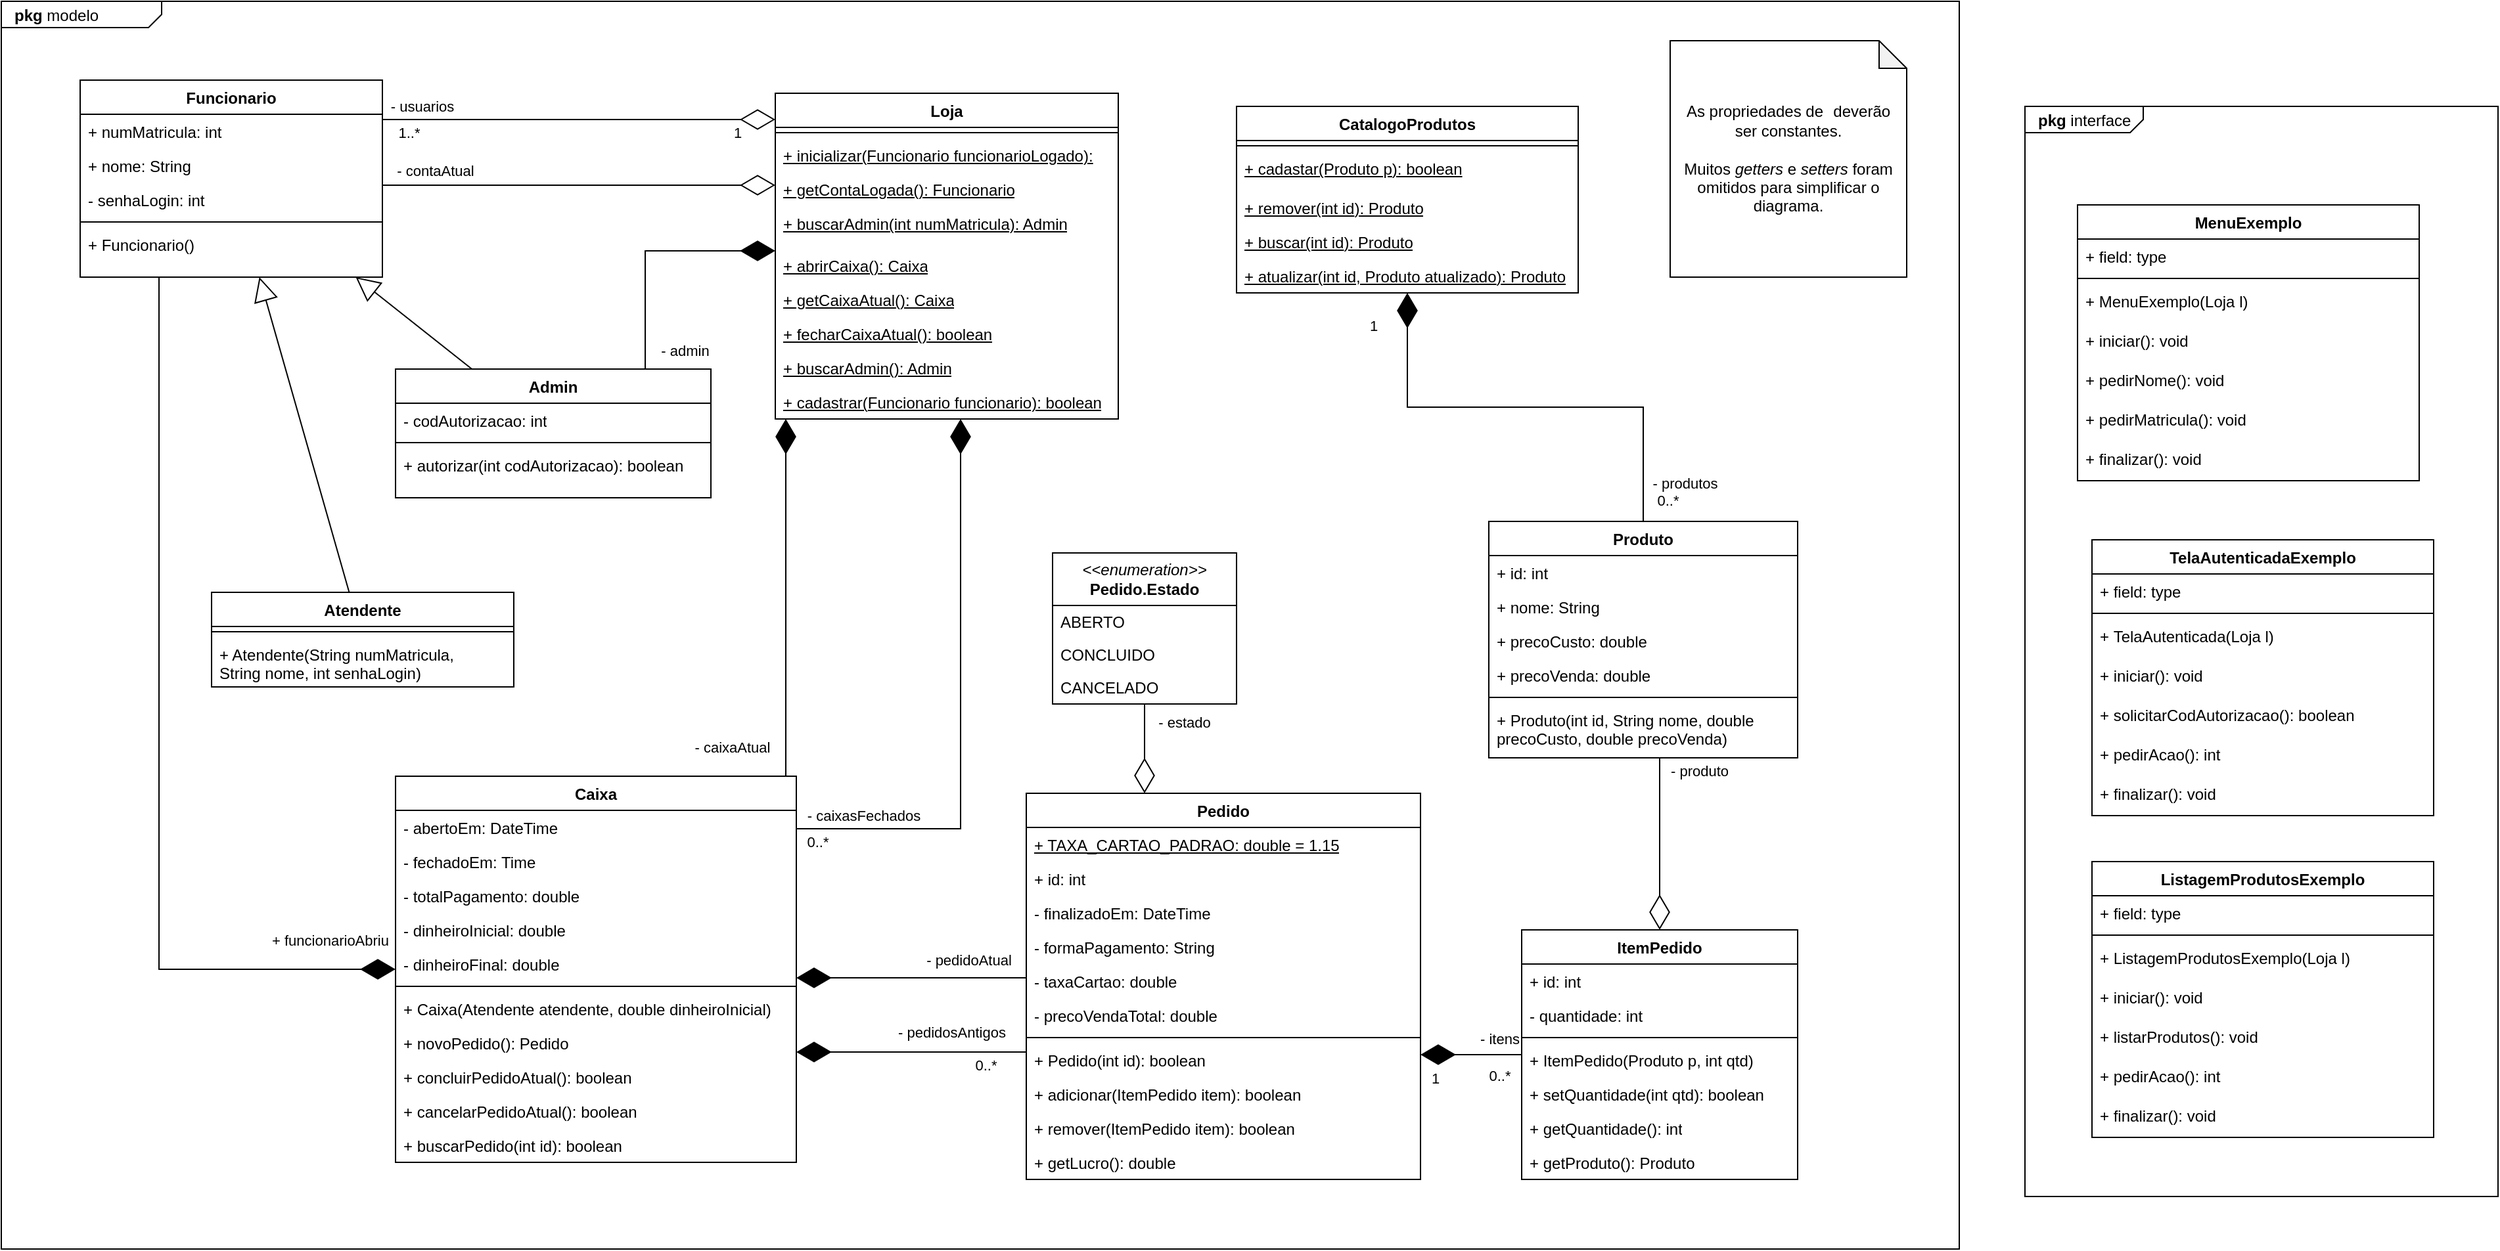
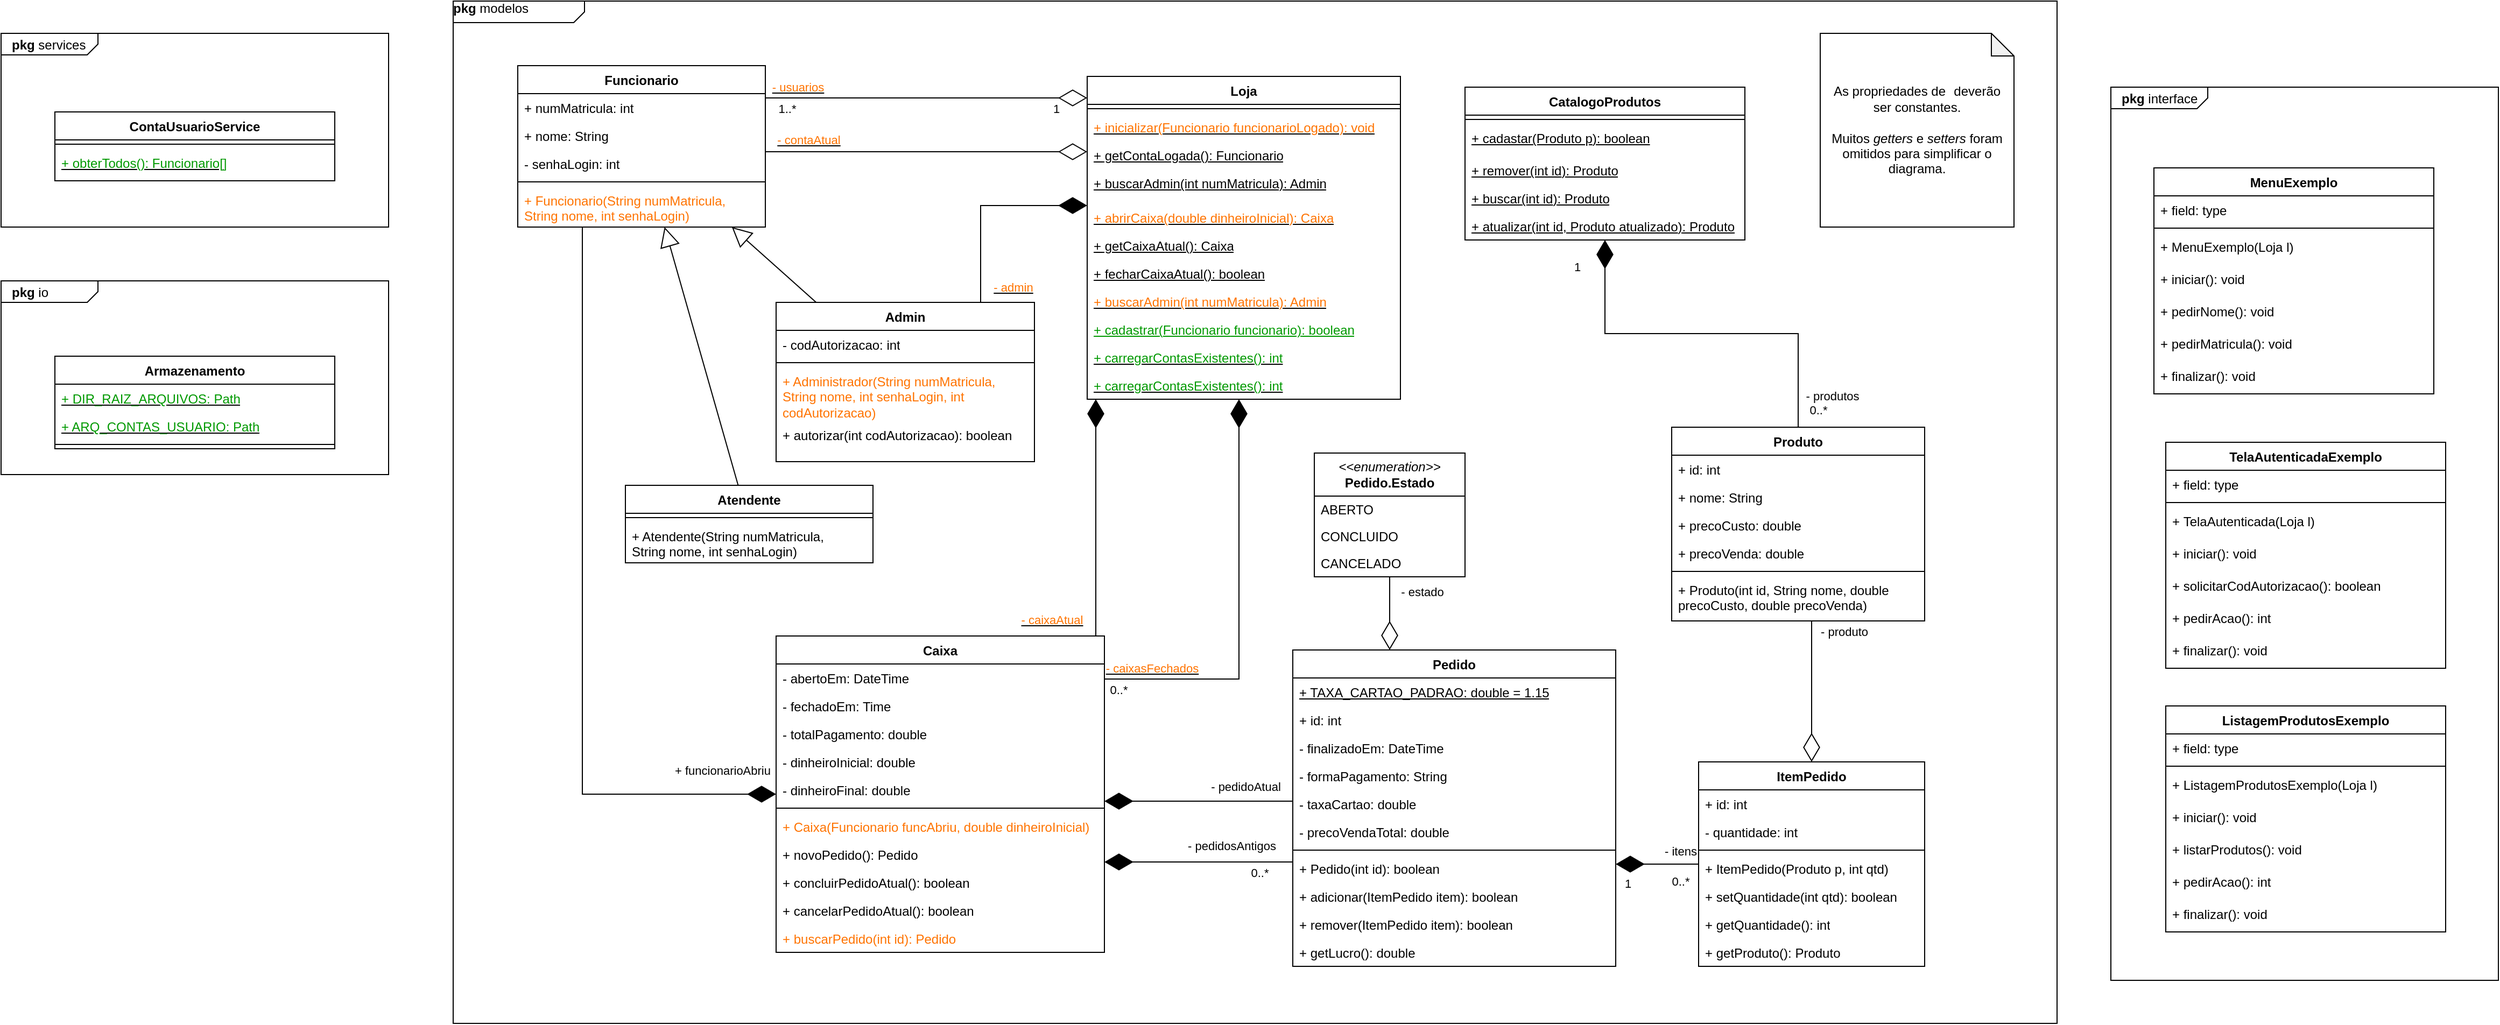
<mxfile host="Electron">
  <diagram name="Página-1" id="9ZmY0ZwC9zlJIqc9ISHl">
-     <mxGraphModel dx="2406" dy="1908" grid="1" gridSize="10" guides="1" tooltips="1" connect="1" arrows="1" fold="1" page="1" pageScale="1" pageWidth="827" pageHeight="1169" math="0" shadow="0">
+     <mxGraphModel dx="2495" dy="1637" grid="1" gridSize="10" guides="1" tooltips="1" connect="1" arrows="1" fold="1" page="1" pageScale="1" pageWidth="827" pageHeight="1169" math="0" shadow="0">
      <root>
        <mxCell id="0" />
        <mxCell id="1" parent="0" />
-         <mxCell id="gy4Eh5UNHML4C2wZnuB5-49" parent="1" style="html=1;shape=mxgraph.sysml.package;xSize=90;align=left;spacingLeft=10;overflow=fill;recursiveResize=0;container=1;collapsible=0;labelX=122.94;movable=1;resizable=1;rotatable=1;deletable=1;editable=1;locked=0;connectable=1;" value="&lt;p style=&quot;margin:0px;margin-top:4px;margin-left:10px;text-align:left;&quot;&gt;&lt;b&gt;pkg&lt;/b&gt;   modelo&lt;/p&gt;" vertex="1">
+         <mxCell id="gy4Eh5UNHML4C2wZnuB5-49" parent="1" style="html=1;shape=mxgraph.sysml.package;xSize=90;align=left;spacingLeft=10;overflow=fill;recursiveResize=0;container=1;collapsible=0;labelX=122.94;movable=1;resizable=1;rotatable=1;deletable=1;editable=1;locked=0;connectable=1;" value="&lt;b&gt;pkg&lt;/b&gt; modelos" vertex="1">
          <mxGeometry height="950" width="1490" x="-540" y="-290" as="geometry">
            <mxRectangle height="30" width="120" x="40" y="40" as="alternateBounds" />
          </mxGeometry>
        </mxCell>
        <mxCell id="gy4Eh5UNHML4C2wZnuB5-27" parent="gy4Eh5UNHML4C2wZnuB5-49" style="swimlane;fontStyle=1;align=center;verticalAlign=top;childLayout=stackLayout;horizontal=1;startSize=26;horizontalStack=0;resizeParent=1;resizeParentMax=0;resizeLast=0;collapsible=1;marginBottom=0;whiteSpace=wrap;html=1;resizeHeight=0;expand=0;resizeWidth=1;" value="Loja" vertex="1">
-           <mxGeometry height="248" width="261" x="589" y="70" as="geometry" />
+           <mxGeometry height="300" width="291" x="589" y="70" as="geometry" />
        </mxCell>
        <mxCell id="gy4Eh5UNHML4C2wZnuB5-29" parent="gy4Eh5UNHML4C2wZnuB5-27" style="line;strokeWidth=1;fillColor=none;align=left;verticalAlign=middle;spacingTop=-1;spacingLeft=3;spacingRight=3;rotatable=0;labelPosition=right;points=[];portConstraint=eastwest;strokeColor=inherit;" value="" vertex="1">
-           <mxGeometry height="8" width="261" y="26" as="geometry" />
-         </mxCell>
-         <mxCell id="EbaSRvtsIRmWHhfiMmkh-74" parent="gy4Eh5UNHML4C2wZnuB5-27" style="text;strokeColor=none;fillColor=none;align=left;verticalAlign=top;spacingLeft=4;spacingRight=4;overflow=hidden;rotatable=0;points=[[0,0.5],[1,0.5]];portConstraint=eastwest;whiteSpace=wrap;html=1;" value="&lt;u&gt;+ inicializar(Funcionario funcionarioLogado):&lt;/u&gt;" vertex="1">
-           <mxGeometry height="26" width="261" y="34" as="geometry" />
+           <mxGeometry height="8" width="291" y="26" as="geometry" />
+         </mxCell>
+         <mxCell id="EbaSRvtsIRmWHhfiMmkh-74" parent="gy4Eh5UNHML4C2wZnuB5-27" style="text;strokeColor=none;fillColor=none;align=left;verticalAlign=top;spacingLeft=4;spacingRight=4;overflow=hidden;rotatable=0;points=[[0,0.5],[1,0.5]];portConstraint=eastwest;whiteSpace=wrap;html=1;" value="&lt;u&gt;&lt;font style=&quot;color: rgb(255, 115, 0);&quot;&gt;+ inicializar(Funcionario funcionarioLogado): void&lt;/font&gt;&lt;/u&gt;" vertex="1">
+           <mxGeometry height="26" width="291" y="34" as="geometry" />
        </mxCell>
        <mxCell id="EbaSRvtsIRmWHhfiMmkh-78" parent="gy4Eh5UNHML4C2wZnuB5-27" style="text;strokeColor=none;fillColor=none;align=left;verticalAlign=top;spacingLeft=4;spacingRight=4;overflow=hidden;rotatable=0;points=[[0,0.5],[1,0.5]];portConstraint=eastwest;whiteSpace=wrap;html=1;" value="&lt;u&gt;+ getContaLogada(): Funcionario&lt;/u&gt;" vertex="1">
-           <mxGeometry height="26" width="261" y="60" as="geometry" />
+           <mxGeometry height="26" width="291" y="60" as="geometry" />
        </mxCell>
        <mxCell id="gy4Eh5UNHML4C2wZnuB5-30" parent="gy4Eh5UNHML4C2wZnuB5-27" style="text;strokeColor=none;fillColor=none;align=left;verticalAlign=top;spacingLeft=4;spacingRight=4;overflow=hidden;rotatable=0;points=[[0,0.5],[1,0.5]];portConstraint=eastwest;whiteSpace=wrap;html=1;" value="&lt;u&gt;+ buscarAdmin(int numMatricula): Admin&lt;/u&gt;" vertex="1">
-           <mxGeometry height="32" width="261" y="86" as="geometry" />
-         </mxCell>
-         <mxCell id="gy4Eh5UNHML4C2wZnuB5-137" parent="gy4Eh5UNHML4C2wZnuB5-27" style="text;strokeColor=none;fillColor=none;align=left;verticalAlign=top;spacingLeft=4;spacingRight=4;overflow=hidden;rotatable=0;points=[[0,0.5],[1,0.5]];portConstraint=eastwest;whiteSpace=wrap;html=1;" value="&lt;u&gt;+ abrirCaixa(): Caixa&lt;/u&gt;" vertex="1">
-           <mxGeometry height="26" width="261" y="118" as="geometry" />
+           <mxGeometry height="32" width="291" y="86" as="geometry" />
+         </mxCell>
+         <mxCell id="gy4Eh5UNHML4C2wZnuB5-137" parent="gy4Eh5UNHML4C2wZnuB5-27" style="text;strokeColor=none;fillColor=none;align=left;verticalAlign=top;spacingLeft=4;spacingRight=4;overflow=hidden;rotatable=0;points=[[0,0.5],[1,0.5]];portConstraint=eastwest;whiteSpace=wrap;html=1;" value="&lt;u&gt;&lt;font style=&quot;color: rgb(255, 115, 0);&quot;&gt;+ abrirCaixa(double dinheiroInicial): Caixa&lt;/font&gt;&lt;/u&gt;" vertex="1">
+           <mxGeometry height="26" width="291" y="118" as="geometry" />
        </mxCell>
        <mxCell id="EbaSRvtsIRmWHhfiMmkh-39" parent="gy4Eh5UNHML4C2wZnuB5-27" style="text;strokeColor=none;fillColor=none;align=left;verticalAlign=top;spacingLeft=4;spacingRight=4;overflow=hidden;rotatable=0;points=[[0,0.5],[1,0.5]];portConstraint=eastwest;whiteSpace=wrap;html=1;" value="&lt;u&gt;+ getCaixaAtual(): Caixa&lt;/u&gt;" vertex="1">
-           <mxGeometry height="26" width="261" y="144" as="geometry" />
+           <mxGeometry height="26" width="291" y="144" as="geometry" />
        </mxCell>
        <mxCell id="EbaSRvtsIRmWHhfiMmkh-40" parent="gy4Eh5UNHML4C2wZnuB5-27" style="text;strokeColor=none;fillColor=none;align=left;verticalAlign=top;spacingLeft=4;spacingRight=4;overflow=hidden;rotatable=0;points=[[0,0.5],[1,0.5]];portConstraint=eastwest;whiteSpace=wrap;html=1;" value="&lt;u&gt;+ fecharCaixaAtual(): boolean&lt;/u&gt;" vertex="1">
-           <mxGeometry height="26" width="261" y="170" as="geometry" />
-         </mxCell>
-         <mxCell id="gy4Eh5UNHML4C2wZnuB5-138" parent="gy4Eh5UNHML4C2wZnuB5-27" style="text;strokeColor=none;fillColor=none;align=left;verticalAlign=top;spacingLeft=4;spacingRight=4;overflow=hidden;rotatable=0;points=[[0,0.5],[1,0.5]];portConstraint=eastwest;whiteSpace=wrap;html=1;" value="&lt;u&gt;+ buscarAdmin(): Admin&lt;/u&gt;" vertex="1">
-           <mxGeometry height="26" width="261" y="196" as="geometry" />
-         </mxCell>
-         <mxCell id="EbaSRvtsIRmWHhfiMmkh-5" parent="gy4Eh5UNHML4C2wZnuB5-27" style="text;strokeColor=none;fillColor=none;align=left;verticalAlign=top;spacingLeft=4;spacingRight=4;overflow=hidden;rotatable=0;points=[[0,0.5],[1,0.5]];portConstraint=eastwest;whiteSpace=wrap;html=1;" value="&lt;u&gt;+ cadastrar(&lt;/u&gt;&lt;u&gt;Funcionario&lt;/u&gt;&lt;u&gt;&amp;nbsp;funcionario): boolean&lt;/u&gt;" vertex="1">
-           <mxGeometry height="26" width="261" y="222" as="geometry" />
+           <mxGeometry height="26" width="291" y="170" as="geometry" />
+         </mxCell>
+         <mxCell id="gy4Eh5UNHML4C2wZnuB5-138" parent="gy4Eh5UNHML4C2wZnuB5-27" style="text;strokeColor=none;fillColor=none;align=left;verticalAlign=top;spacingLeft=4;spacingRight=4;overflow=hidden;rotatable=0;points=[[0,0.5],[1,0.5]];portConstraint=eastwest;whiteSpace=wrap;html=1;" value="&lt;u&gt;&lt;font style=&quot;color: rgb(255, 115, 0);&quot;&gt;+ buscarAdmin(int numMatricula): Admin&lt;/font&gt;&lt;/u&gt;" vertex="1">
+           <mxGeometry height="26" width="291" y="196" as="geometry" />
+         </mxCell>
+         <mxCell id="EbaSRvtsIRmWHhfiMmkh-5" parent="gy4Eh5UNHML4C2wZnuB5-27" style="text;strokeColor=none;fillColor=none;align=left;verticalAlign=top;spacingLeft=4;spacingRight=4;overflow=hidden;rotatable=0;points=[[0,0.5],[1,0.5]];portConstraint=eastwest;whiteSpace=wrap;html=1;" value="&lt;font style=&quot;color: rgb(0, 153, 0);&quot;&gt;&lt;u&gt;+ cadastrar(&lt;/u&gt;&lt;u&gt;Funcionario&lt;/u&gt;&lt;u&gt;&amp;nbsp;funcionario): boolean&lt;/u&gt;&lt;/font&gt;" vertex="1">
+           <mxGeometry height="26" width="291" y="222" as="geometry" />
+         </mxCell>
+         <mxCell id="FQoL36WswdMF_Ofk2WBs-48" parent="gy4Eh5UNHML4C2wZnuB5-27" style="text;strokeColor=none;fillColor=none;align=left;verticalAlign=top;spacingLeft=4;spacingRight=4;overflow=hidden;rotatable=0;points=[[0,0.5],[1,0.5]];portConstraint=eastwest;whiteSpace=wrap;html=1;" value="&lt;u&gt;&lt;font style=&quot;color: rgb(0, 153, 0);&quot;&gt;+ carregarContasExistentes(): int&lt;/font&gt;&lt;/u&gt;" vertex="1">
+           <mxGeometry height="26" width="291" y="248" as="geometry" />
+         </mxCell>
+         <mxCell id="FQoL36WswdMF_Ofk2WBs-49" parent="gy4Eh5UNHML4C2wZnuB5-27" style="text;strokeColor=none;fillColor=none;align=left;verticalAlign=top;spacingLeft=4;spacingRight=4;overflow=hidden;rotatable=0;points=[[0,0.5],[1,0.5]];portConstraint=eastwest;whiteSpace=wrap;html=1;" value="&lt;u&gt;&lt;font style=&quot;color: rgb(0, 153, 0);&quot;&gt;+ carregarContasExistentes(): int&lt;/font&gt;&lt;/u&gt;" vertex="1">
+           <mxGeometry height="26" width="291" y="274" as="geometry" />
        </mxCell>
        <mxCell id="gy4Eh5UNHML4C2wZnuB5-11" parent="gy4Eh5UNHML4C2wZnuB5-49" style="swimlane;fontStyle=1;align=center;verticalAlign=top;childLayout=stackLayout;horizontal=1;startSize=26;horizontalStack=0;resizeParent=1;resizeParentMax=0;resizeLast=0;collapsible=1;marginBottom=0;whiteSpace=wrap;html=1;" value="CatalogoProdutos" vertex="1">
          <mxGeometry height="142" width="260" x="940" y="80" as="geometry" />
        </mxCell>
        <mxCell id="gy4Eh5UNHML4C2wZnuB5-13" parent="gy4Eh5UNHML4C2wZnuB5-11" style="line;strokeWidth=1;fillColor=none;align=left;verticalAlign=middle;spacingTop=-1;spacingLeft=3;spacingRight=3;rotatable=0;labelPosition=right;points=[];portConstraint=eastwest;strokeColor=inherit;" value="" vertex="1">
          <mxGeometry height="8" width="260" y="26" as="geometry" />
        </mxCell>
        <mxCell id="gy4Eh5UNHML4C2wZnuB5-134" parent="gy4Eh5UNHML4C2wZnuB5-11" style="text;strokeColor=none;fillColor=none;align=left;verticalAlign=top;spacingLeft=4;spacingRight=4;overflow=hidden;rotatable=0;points=[[0,0.5],[1,0.5]];portConstraint=eastwest;whiteSpace=wrap;html=1;" value="&lt;u&gt;+ cadastar(Produto p&lt;/u&gt;&lt;u style=&quot;background-color: transparent; color: light-dark(rgb(0, 0, 0), rgb(255, 255, 255));&quot;&gt;): boolean&lt;/u&gt;" vertex="1">
          <mxGeometry height="30" width="260" y="34" as="geometry" />
        </mxCell>
        <mxCell id="EbaSRvtsIRmWHhfiMmkh-1" parent="gy4Eh5UNHML4C2wZnuB5-11" style="text;strokeColor=none;fillColor=none;align=left;verticalAlign=top;spacingLeft=4;spacingRight=4;overflow=hidden;rotatable=0;points=[[0,0.5],[1,0.5]];portConstraint=eastwest;whiteSpace=wrap;html=1;" value="&lt;u&gt;+ remover(int id&lt;/u&gt;&lt;u style=&quot;background-color: transparent; color: light-dark(rgb(0, 0, 0), rgb(255, 255, 255));&quot;&gt;): Produto&lt;/u&gt;" vertex="1">
          <mxGeometry height="26" width="260" y="64" as="geometry" />
        </mxCell>
        <mxCell id="EbaSRvtsIRmWHhfiMmkh-3" parent="gy4Eh5UNHML4C2wZnuB5-11" style="text;strokeColor=none;fillColor=none;align=left;verticalAlign=top;spacingLeft=4;spacingRight=4;overflow=hidden;rotatable=0;points=[[0,0.5],[1,0.5]];portConstraint=eastwest;whiteSpace=wrap;html=1;" value="&lt;u&gt;+ buscar(int id&lt;/u&gt;&lt;u style=&quot;background-color: transparent; color: light-dark(rgb(0, 0, 0), rgb(255, 255, 255));&quot;&gt;): Produto&lt;/u&gt;" vertex="1">
          <mxGeometry height="26" width="260" y="90" as="geometry" />
        </mxCell>
        <mxCell id="EbaSRvtsIRmWHhfiMmkh-4" parent="gy4Eh5UNHML4C2wZnuB5-11" style="text;strokeColor=none;fillColor=none;align=left;verticalAlign=top;spacingLeft=4;spacingRight=4;overflow=hidden;rotatable=0;points=[[0,0.5],[1,0.5]];portConstraint=eastwest;whiteSpace=wrap;html=1;" value="&lt;u&gt;+ atualizar(int id, Produto atualizado&lt;/u&gt;&lt;u style=&quot;background-color: transparent; color: light-dark(rgb(0, 0, 0), rgb(255, 255, 255));&quot;&gt;): Produto&lt;/u&gt;" vertex="1">
          <mxGeometry height="26" width="260" y="116" as="geometry" />
        </mxCell>
        <mxCell id="gy4Eh5UNHML4C2wZnuB5-31" parent="gy4Eh5UNHML4C2wZnuB5-49" style="swimlane;fontStyle=1;align=center;verticalAlign=top;childLayout=stackLayout;horizontal=1;startSize=26;horizontalStack=0;resizeParent=1;resizeParentMax=0;resizeLast=0;collapsible=1;marginBottom=0;whiteSpace=wrap;html=1;" value="Produto" vertex="1">
          <mxGeometry height="180" width="235" x="1132" y="396" as="geometry" />
        </mxCell>
        <mxCell id="EbaSRvtsIRmWHhfiMmkh-2" parent="gy4Eh5UNHML4C2wZnuB5-31" style="text;strokeColor=none;fillColor=none;align=left;verticalAlign=top;spacingLeft=4;spacingRight=4;overflow=hidden;rotatable=0;points=[[0,0.5],[1,0.5]];portConstraint=eastwest;whiteSpace=wrap;html=1;" value="+ id: int" vertex="1">
          <mxGeometry height="26" width="235" y="26" as="geometry" />
        </mxCell>
        <mxCell id="gy4Eh5UNHML4C2wZnuB5-47" parent="gy4Eh5UNHML4C2wZnuB5-31" style="text;strokeColor=none;fillColor=none;align=left;verticalAlign=top;spacingLeft=4;spacingRight=4;overflow=hidden;rotatable=0;points=[[0,0.5],[1,0.5]];portConstraint=eastwest;whiteSpace=wrap;html=1;" value="+ nome: String" vertex="1">
          <mxGeometry height="26" width="235" y="52" as="geometry" />
        </mxCell>
        <mxCell id="gy4Eh5UNHML4C2wZnuB5-48" parent="gy4Eh5UNHML4C2wZnuB5-31" style="text;strokeColor=none;fillColor=none;align=left;verticalAlign=top;spacingLeft=4;spacingRight=4;overflow=hidden;rotatable=0;points=[[0,0.5],[1,0.5]];portConstraint=eastwest;whiteSpace=wrap;html=1;" value="+ precoCusto: double" vertex="1">
          <mxGeometry height="26" width="235" y="78" as="geometry" />
        </mxCell>
        <mxCell id="gy4Eh5UNHML4C2wZnuB5-32" parent="gy4Eh5UNHML4C2wZnuB5-31" style="text;strokeColor=none;fillColor=none;align=left;verticalAlign=top;spacingLeft=4;spacingRight=4;overflow=hidden;rotatable=0;points=[[0,0.5],[1,0.5]];portConstraint=eastwest;whiteSpace=wrap;html=1;" value="+ precoVenda: double" vertex="1">
          <mxGeometry height="26" width="235" y="104" as="geometry" />
        </mxCell>
        <mxCell id="gy4Eh5UNHML4C2wZnuB5-33" parent="gy4Eh5UNHML4C2wZnuB5-31" style="line;strokeWidth=1;fillColor=none;align=left;verticalAlign=middle;spacingTop=-1;spacingLeft=3;spacingRight=3;rotatable=0;labelPosition=right;points=[];portConstraint=eastwest;strokeColor=inherit;" value="" vertex="1">
          <mxGeometry height="8" width="235" y="130" as="geometry" />
        </mxCell>
        <mxCell id="gy4Eh5UNHML4C2wZnuB5-34" parent="gy4Eh5UNHML4C2wZnuB5-31" style="text;strokeColor=none;fillColor=none;align=left;verticalAlign=top;spacingLeft=4;spacingRight=4;overflow=hidden;rotatable=0;points=[[0,0.5],[1,0.5]];portConstraint=eastwest;whiteSpace=wrap;html=1;" value="+ Produto(int id, String nome, double precoCusto, double precoVenda)" vertex="1">
          <mxGeometry height="42" width="235" y="138" as="geometry" />
        </mxCell>
        <mxCell id="gy4Eh5UNHML4C2wZnuB5-7" parent="gy4Eh5UNHML4C2wZnuB5-49" style="swimlane;fontStyle=1;align=center;verticalAlign=top;childLayout=stackLayout;horizontal=1;startSize=26;horizontalStack=0;resizeParent=1;resizeParentMax=0;resizeLast=0;collapsible=1;marginBottom=0;whiteSpace=wrap;html=1;" value="Pedido" vertex="1">
          <mxGeometry height="294" width="300" x="780" y="603" as="geometry" />
        </mxCell>
        <mxCell id="EbaSRvtsIRmWHhfiMmkh-43" parent="gy4Eh5UNHML4C2wZnuB5-7" style="text;strokeColor=none;fillColor=none;align=left;verticalAlign=top;spacingLeft=4;spacingRight=4;overflow=hidden;rotatable=0;points=[[0,0.5],[1,0.5]];portConstraint=eastwest;whiteSpace=wrap;html=1;" value="&lt;u&gt;+ TAXA_CARTAO_PADRAO: double = 1.15&lt;/u&gt;" vertex="1">
          <mxGeometry height="26" width="300" y="26" as="geometry" />
        </mxCell>
        <mxCell id="gy4Eh5UNHML4C2wZnuB5-46" parent="gy4Eh5UNHML4C2wZnuB5-7" style="text;strokeColor=none;fillColor=none;align=left;verticalAlign=top;spacingLeft=4;spacingRight=4;overflow=hidden;rotatable=0;points=[[0,0.5],[1,0.5]];portConstraint=eastwest;whiteSpace=wrap;html=1;" value="+ id: int" vertex="1">
          <mxGeometry height="26" width="300" y="52" as="geometry" />
        </mxCell>
        <mxCell id="gy4Eh5UNHML4C2wZnuB5-8" parent="gy4Eh5UNHML4C2wZnuB5-7" style="text;strokeColor=none;fillColor=none;align=left;verticalAlign=top;spacingLeft=4;spacingRight=4;overflow=hidden;rotatable=0;points=[[0,0.5],[1,0.5]];portConstraint=eastwest;whiteSpace=wrap;html=1;" value="- finalizadoEm: DateTime" vertex="1">
          <mxGeometry height="26" width="300" y="78" as="geometry" />
        </mxCell>
        <mxCell id="gy4Eh5UNHML4C2wZnuB5-43" parent="gy4Eh5UNHML4C2wZnuB5-7" style="text;strokeColor=none;fillColor=none;align=left;verticalAlign=top;spacingLeft=4;spacingRight=4;overflow=hidden;rotatable=0;points=[[0,0.5],[1,0.5]];portConstraint=eastwest;whiteSpace=wrap;html=1;" value="- formaPagamento: String" vertex="1">
          <mxGeometry height="26" width="300" y="104" as="geometry" />
        </mxCell>
        <mxCell id="gy4Eh5UNHML4C2wZnuB5-44" parent="gy4Eh5UNHML4C2wZnuB5-7" style="text;strokeColor=none;fillColor=none;align=left;verticalAlign=top;spacingLeft=4;spacingRight=4;overflow=hidden;rotatable=0;points=[[0,0.5],[1,0.5]];portConstraint=eastwest;whiteSpace=wrap;html=1;" value="- taxaCartao: double" vertex="1">
          <mxGeometry height="26" width="300" y="130" as="geometry" />
        </mxCell>
        <mxCell id="gy4Eh5UNHML4C2wZnuB5-45" parent="gy4Eh5UNHML4C2wZnuB5-7" style="text;strokeColor=none;fillColor=none;align=left;verticalAlign=top;spacingLeft=4;spacingRight=4;overflow=hidden;rotatable=0;points=[[0,0.5],[1,0.5]];portConstraint=eastwest;whiteSpace=wrap;html=1;" value="- precoVendaTotal: double" vertex="1">
          <mxGeometry height="26" width="300" y="156" as="geometry" />
        </mxCell>
        <mxCell id="gy4Eh5UNHML4C2wZnuB5-9" parent="gy4Eh5UNHML4C2wZnuB5-7" style="line;strokeWidth=1;fillColor=none;align=left;verticalAlign=middle;spacingTop=-1;spacingLeft=3;spacingRight=3;rotatable=0;labelPosition=right;points=[];portConstraint=eastwest;strokeColor=inherit;" value="" vertex="1">
          <mxGeometry height="8" width="300" y="182" as="geometry" />
        </mxCell>
        <mxCell id="EbaSRvtsIRmWHhfiMmkh-42" parent="gy4Eh5UNHML4C2wZnuB5-7" style="text;strokeColor=none;fillColor=none;align=left;verticalAlign=top;spacingLeft=4;spacingRight=4;overflow=hidden;rotatable=0;points=[[0,0.5],[1,0.5]];portConstraint=eastwest;whiteSpace=wrap;html=1;" value="+ Pedido(int id): boolean" vertex="1">
          <mxGeometry height="26" width="300" y="190" as="geometry" />
        </mxCell>
        <mxCell id="gy4Eh5UNHML4C2wZnuB5-10" parent="gy4Eh5UNHML4C2wZnuB5-7" style="text;strokeColor=none;fillColor=none;align=left;verticalAlign=top;spacingLeft=4;spacingRight=4;overflow=hidden;rotatable=0;points=[[0,0.5],[1,0.5]];portConstraint=eastwest;whiteSpace=wrap;html=1;" value="+ adicionar(ItemPedido item): boolean" vertex="1">
          <mxGeometry height="26" width="300" y="216" as="geometry" />
        </mxCell>
        <mxCell id="EbaSRvtsIRmWHhfiMmkh-18" parent="gy4Eh5UNHML4C2wZnuB5-7" style="text;strokeColor=none;fillColor=none;align=left;verticalAlign=top;spacingLeft=4;spacingRight=4;overflow=hidden;rotatable=0;points=[[0,0.5],[1,0.5]];portConstraint=eastwest;whiteSpace=wrap;html=1;" value="+ remover(ItemPedido item): boolean" vertex="1">
          <mxGeometry height="26" width="300" y="242" as="geometry" />
        </mxCell>
        <mxCell id="EbaSRvtsIRmWHhfiMmkh-45" parent="gy4Eh5UNHML4C2wZnuB5-7" style="text;strokeColor=none;fillColor=none;align=left;verticalAlign=top;spacingLeft=4;spacingRight=4;overflow=hidden;rotatable=0;points=[[0,0.5],[1,0.5]];portConstraint=eastwest;whiteSpace=wrap;html=1;" value="+ getLucro(): double" vertex="1">
          <mxGeometry height="26" width="300" y="268" as="geometry" />
        </mxCell>
        <mxCell id="gy4Eh5UNHML4C2wZnuB5-3" parent="gy4Eh5UNHML4C2wZnuB5-49" style="swimlane;fontStyle=1;align=center;verticalAlign=top;childLayout=stackLayout;horizontal=1;startSize=26;horizontalStack=0;resizeParent=1;resizeParentMax=0;resizeLast=0;collapsible=1;marginBottom=0;whiteSpace=wrap;html=1;" value="Caixa" vertex="1">
          <mxGeometry height="294" width="305" x="300" y="590" as="geometry" />
        </mxCell>
        <mxCell id="gy4Eh5UNHML4C2wZnuB5-4" parent="gy4Eh5UNHML4C2wZnuB5-3" style="text;strokeColor=none;fillColor=none;align=left;verticalAlign=top;spacingLeft=4;spacingRight=4;overflow=hidden;rotatable=0;points=[[0,0.5],[1,0.5]];portConstraint=eastwest;whiteSpace=wrap;html=1;" value="- abertoEm: DateTime" vertex="1">
          <mxGeometry height="26" width="305" y="26" as="geometry" />
        </mxCell>
        <mxCell id="gy4Eh5UNHML4C2wZnuB5-40" parent="gy4Eh5UNHML4C2wZnuB5-3" style="text;strokeColor=none;fillColor=none;align=left;verticalAlign=top;spacingLeft=4;spacingRight=4;overflow=hidden;rotatable=0;points=[[0,0.5],[1,0.5]];portConstraint=eastwest;whiteSpace=wrap;html=1;" value="- fechadoEm: Time" vertex="1">
          <mxGeometry height="26" width="305" y="52" as="geometry" />
        </mxCell>
        <mxCell id="m6lvUc4TkEWnN2bDjYWc-1" parent="gy4Eh5UNHML4C2wZnuB5-3" style="text;strokeColor=none;fillColor=none;align=left;verticalAlign=top;spacingLeft=4;spacingRight=4;overflow=hidden;rotatable=0;points=[[0,0.5],[1,0.5]];portConstraint=eastwest;whiteSpace=wrap;html=1;" value="- totalPagamento: double" vertex="1">
          <mxGeometry height="26" width="305" y="78" as="geometry" />
        </mxCell>
        <mxCell id="gy4Eh5UNHML4C2wZnuB5-41" parent="gy4Eh5UNHML4C2wZnuB5-3" style="text;strokeColor=none;fillColor=none;align=left;verticalAlign=top;spacingLeft=4;spacingRight=4;overflow=hidden;rotatable=0;points=[[0,0.5],[1,0.5]];portConstraint=eastwest;whiteSpace=wrap;html=1;" value="- dinheiroInicial: double" vertex="1">
          <mxGeometry height="26" width="305" y="104" as="geometry" />
        </mxCell>
        <mxCell id="gy4Eh5UNHML4C2wZnuB5-42" parent="gy4Eh5UNHML4C2wZnuB5-3" style="text;strokeColor=none;fillColor=none;align=left;verticalAlign=top;spacingLeft=4;spacingRight=4;overflow=hidden;rotatable=0;points=[[0,0.5],[1,0.5]];portConstraint=eastwest;whiteSpace=wrap;html=1;" value="- dinheiroFinal: double" vertex="1">
          <mxGeometry height="26" width="305" y="130" as="geometry" />
        </mxCell>
        <mxCell id="gy4Eh5UNHML4C2wZnuB5-5" parent="gy4Eh5UNHML4C2wZnuB5-3" style="line;strokeWidth=1;fillColor=none;align=left;verticalAlign=middle;spacingTop=-1;spacingLeft=3;spacingRight=3;rotatable=0;labelPosition=right;points=[];portConstraint=eastwest;strokeColor=inherit;" value="" vertex="1">
          <mxGeometry height="8" width="305" y="156" as="geometry" />
        </mxCell>
-         <mxCell id="gy4Eh5UNHML4C2wZnuB5-6" parent="gy4Eh5UNHML4C2wZnuB5-3" style="text;strokeColor=none;fillColor=none;align=left;verticalAlign=top;spacingLeft=4;spacingRight=4;overflow=hidden;rotatable=0;points=[[0,0.5],[1,0.5]];portConstraint=eastwest;whiteSpace=wrap;html=1;" value="+ Caixa(Atendente atendente, double dinheiroInicial)" vertex="1">
+         <mxCell id="gy4Eh5UNHML4C2wZnuB5-6" parent="gy4Eh5UNHML4C2wZnuB5-3" style="text;strokeColor=none;fillColor=none;align=left;verticalAlign=top;spacingLeft=4;spacingRight=4;overflow=hidden;rotatable=0;points=[[0,0.5],[1,0.5]];portConstraint=eastwest;whiteSpace=wrap;html=1;" value="&lt;font style=&quot;color: rgb(255, 115, 0);&quot;&gt;+ Caixa(Funcionario funcAbriu, double dinheiroInicial)&lt;/font&gt;" vertex="1">
          <mxGeometry height="26" width="305" y="164" as="geometry" />
        </mxCell>
        <mxCell id="gy4Eh5UNHML4C2wZnuB5-132" parent="gy4Eh5UNHML4C2wZnuB5-3" style="text;strokeColor=none;fillColor=none;align=left;verticalAlign=top;spacingLeft=4;spacingRight=4;overflow=hidden;rotatable=0;points=[[0,0.5],[1,0.5]];portConstraint=eastwest;whiteSpace=wrap;html=1;" value="+ novoPedido(): Pedido" vertex="1">
          <mxGeometry height="26" width="305" y="190" as="geometry" />
        </mxCell>
        <mxCell id="EbaSRvtsIRmWHhfiMmkh-38" parent="gy4Eh5UNHML4C2wZnuB5-3" style="text;strokeColor=none;fillColor=none;align=left;verticalAlign=top;spacingLeft=4;spacingRight=4;overflow=hidden;rotatable=0;points=[[0,0.5],[1,0.5]];portConstraint=eastwest;whiteSpace=wrap;html=1;" value="+ concluirPedidoAtual(): boolean" vertex="1">
          <mxGeometry height="26" width="305" y="216" as="geometry" />
        </mxCell>
        <mxCell id="EbaSRvtsIRmWHhfiMmkh-23" parent="gy4Eh5UNHML4C2wZnuB5-3" style="text;strokeColor=none;fillColor=none;align=left;verticalAlign=top;spacingLeft=4;spacingRight=4;overflow=hidden;rotatable=0;points=[[0,0.5],[1,0.5]];portConstraint=eastwest;whiteSpace=wrap;html=1;" value="+ cancelarPedidoAtual(): boolean" vertex="1">
          <mxGeometry height="26" width="305" y="242" as="geometry" />
        </mxCell>
-         <mxCell id="EbaSRvtsIRmWHhfiMmkh-22" parent="gy4Eh5UNHML4C2wZnuB5-3" style="text;strokeColor=none;fillColor=none;align=left;verticalAlign=top;spacingLeft=4;spacingRight=4;overflow=hidden;rotatable=0;points=[[0,0.5],[1,0.5]];portConstraint=eastwest;whiteSpace=wrap;html=1;" value="+ buscarPedido(int id): boolean" vertex="1">
+         <mxCell id="EbaSRvtsIRmWHhfiMmkh-22" parent="gy4Eh5UNHML4C2wZnuB5-3" style="text;strokeColor=none;fillColor=none;align=left;verticalAlign=top;spacingLeft=4;spacingRight=4;overflow=hidden;rotatable=0;points=[[0,0.5],[1,0.5]];portConstraint=eastwest;whiteSpace=wrap;html=1;" value="&lt;font style=&quot;color: rgb(255, 115, 0);&quot;&gt;+ buscarPedido(int id): Pedido&lt;/font&gt;" vertex="1">
          <mxGeometry height="26" width="305" y="268" as="geometry" />
        </mxCell>
        <mxCell id="gy4Eh5UNHML4C2wZnuB5-19" parent="gy4Eh5UNHML4C2wZnuB5-49" style="swimlane;fontStyle=1;align=center;verticalAlign=top;childLayout=stackLayout;horizontal=1;startSize=26;horizontalStack=0;resizeParent=1;resizeParentMax=0;resizeLast=0;collapsible=1;marginBottom=0;whiteSpace=wrap;html=1;" value="Funcionario" vertex="1">
          <mxGeometry height="150" width="230" x="60" y="60" as="geometry" />
        </mxCell>
        <mxCell id="gy4Eh5UNHML4C2wZnuB5-20" parent="gy4Eh5UNHML4C2wZnuB5-19" style="text;strokeColor=none;fillColor=none;align=left;verticalAlign=top;spacingLeft=4;spacingRight=4;overflow=hidden;rotatable=0;points=[[0,0.5],[1,0.5]];portConstraint=eastwest;whiteSpace=wrap;html=1;" value="+ numMatricula: int" vertex="1">
          <mxGeometry height="26" width="230" y="26" as="geometry" />
        </mxCell>
        <mxCell id="gy4Eh5UNHML4C2wZnuB5-37" parent="gy4Eh5UNHML4C2wZnuB5-19" style="text;strokeColor=none;fillColor=none;align=left;verticalAlign=top;spacingLeft=4;spacingRight=4;overflow=hidden;rotatable=0;points=[[0,0.5],[1,0.5]];portConstraint=eastwest;whiteSpace=wrap;html=1;" value="+ nome: String" vertex="1">
          <mxGeometry height="26" width="230" y="52" as="geometry" />
        </mxCell>
        <mxCell id="gy4Eh5UNHML4C2wZnuB5-39" parent="gy4Eh5UNHML4C2wZnuB5-19" style="text;strokeColor=none;fillColor=none;align=left;verticalAlign=top;spacingLeft=4;spacingRight=4;overflow=hidden;rotatable=0;points=[[0,0.5],[1,0.5]];portConstraint=eastwest;whiteSpace=wrap;html=1;" value="- senhaLogin: int" vertex="1">
          <mxGeometry height="26" width="230" y="78" as="geometry" />
        </mxCell>
        <mxCell id="gy4Eh5UNHML4C2wZnuB5-21" parent="gy4Eh5UNHML4C2wZnuB5-19" style="line;strokeWidth=1;fillColor=none;align=left;verticalAlign=middle;spacingTop=-1;spacingLeft=3;spacingRight=3;rotatable=0;labelPosition=right;points=[];portConstraint=eastwest;strokeColor=inherit;" value="" vertex="1">
          <mxGeometry height="8" width="230" y="104" as="geometry" />
        </mxCell>
-         <mxCell id="gy4Eh5UNHML4C2wZnuB5-22" parent="gy4Eh5UNHML4C2wZnuB5-19" style="text;strokeColor=none;fillColor=none;align=left;verticalAlign=top;spacingLeft=4;spacingRight=4;overflow=hidden;rotatable=0;points=[[0,0.5],[1,0.5]];portConstraint=eastwest;whiteSpace=wrap;html=1;" value="+ Funcionario(&lt;span style=&quot;background-color: transparent; color: light-dark(rgb(0, 0, 0), rgb(255, 255, 255));&quot;&gt;)&lt;/span&gt;" vertex="1">
+         <mxCell id="gy4Eh5UNHML4C2wZnuB5-22" parent="gy4Eh5UNHML4C2wZnuB5-19" style="text;strokeColor=none;fillColor=none;align=left;verticalAlign=top;spacingLeft=4;spacingRight=4;overflow=hidden;rotatable=0;points=[[0,0.5],[1,0.5]];portConstraint=eastwest;whiteSpace=wrap;html=1;" value="&lt;font style=&quot;color: rgb(255, 115, 0);&quot;&gt;+ Funcionario(&lt;span style=&quot;background-color: transparent;&quot;&gt;String numMatricula,&amp;nbsp;&lt;/span&gt;&lt;/font&gt;&lt;div&gt;&lt;font style=&quot;color: rgb(255, 115, 0);&quot;&gt;&lt;span style=&quot;background-color: transparent;&quot;&gt;String nome, &lt;/span&gt;&lt;span style=&quot;background-color: transparent;&quot;&gt;int senhaLogin&lt;/span&gt;&lt;span style=&quot;background-color: transparent;&quot;&gt;)&lt;/span&gt;&lt;/font&gt;&lt;/div&gt;" vertex="1">
          <mxGeometry height="38" width="230" y="112" as="geometry" />
        </mxCell>
        <mxCell id="gy4Eh5UNHML4C2wZnuB5-23" parent="gy4Eh5UNHML4C2wZnuB5-49" style="swimlane;fontStyle=1;align=center;verticalAlign=top;childLayout=stackLayout;horizontal=1;startSize=26;horizontalStack=0;resizeParent=1;resizeParentMax=0;resizeLast=0;collapsible=1;marginBottom=0;whiteSpace=wrap;html=1;" value="Admin" vertex="1">
-           <mxGeometry height="98" width="240" x="300" y="280" as="geometry" />
+           <mxGeometry height="148" width="240" x="300" y="280" as="geometry" />
        </mxCell>
        <mxCell id="gy4Eh5UNHML4C2wZnuB5-24" parent="gy4Eh5UNHML4C2wZnuB5-23" style="text;strokeColor=none;fillColor=none;align=left;verticalAlign=top;spacingLeft=4;spacingRight=4;overflow=hidden;rotatable=0;points=[[0,0.5],[1,0.5]];portConstraint=eastwest;whiteSpace=wrap;html=1;" value="- codAutorizacao: int" vertex="1">
          <mxGeometry height="26" width="240" y="26" as="geometry" />
        </mxCell>
        <mxCell id="gy4Eh5UNHML4C2wZnuB5-25" parent="gy4Eh5UNHML4C2wZnuB5-23" style="line;strokeWidth=1;fillColor=none;align=left;verticalAlign=middle;spacingTop=-1;spacingLeft=3;spacingRight=3;rotatable=0;labelPosition=right;points=[];portConstraint=eastwest;strokeColor=inherit;" value="" vertex="1">
          <mxGeometry height="8" width="240" y="52" as="geometry" />
        </mxCell>
+         <mxCell id="FQoL36WswdMF_Ofk2WBs-1" parent="gy4Eh5UNHML4C2wZnuB5-23" style="text;strokeColor=none;fillColor=none;align=left;verticalAlign=top;spacingLeft=4;spacingRight=4;overflow=hidden;rotatable=0;points=[[0,0.5],[1,0.5]];portConstraint=eastwest;whiteSpace=wrap;html=1;" value="&lt;font style=&quot;color: rgb(255, 115, 0);&quot;&gt;+ Administrador(&lt;span style=&quot;background-color: transparent;&quot;&gt;String numMatricula,&amp;nbsp;&lt;/span&gt;&lt;/font&gt;&lt;div&gt;&lt;font style=&quot;color: rgb(255, 115, 0);&quot;&gt;&lt;span style=&quot;background-color: transparent;&quot;&gt;String nome, &lt;/span&gt;&lt;span style=&quot;background-color: transparent;&quot;&gt;int senhaLogin, int codAutorizacao&lt;/span&gt;&lt;span style=&quot;background-color: transparent;&quot;&gt;)&lt;/span&gt;&lt;/font&gt;&lt;/div&gt;" vertex="1">
+           <mxGeometry height="50" width="240" y="60" as="geometry" />
+         </mxCell>
        <mxCell id="EbaSRvtsIRmWHhfiMmkh-79" parent="gy4Eh5UNHML4C2wZnuB5-23" style="text;strokeColor=none;fillColor=none;align=left;verticalAlign=top;spacingLeft=4;spacingRight=4;overflow=hidden;rotatable=0;points=[[0,0.5],[1,0.5]];portConstraint=eastwest;whiteSpace=wrap;html=1;" value="+ autorizar(int codAutorizacao): boolean" vertex="1">
-           <mxGeometry height="38" width="240" y="60" as="geometry" />
+           <mxGeometry height="38" width="240" y="110" as="geometry" />
        </mxCell>
        <mxCell id="gy4Eh5UNHML4C2wZnuB5-15" parent="gy4Eh5UNHML4C2wZnuB5-49" style="swimlane;fontStyle=1;align=center;verticalAlign=top;childLayout=stackLayout;horizontal=1;startSize=26;horizontalStack=0;resizeParent=1;resizeParentMax=0;resizeLast=0;collapsible=1;marginBottom=0;whiteSpace=wrap;html=1;" value="ItemPedido" vertex="1">
          <mxGeometry height="190" width="210" x="1157" y="707" as="geometry" />
        </mxCell>
        <mxCell id="gy4Eh5UNHML4C2wZnuB5-16" parent="gy4Eh5UNHML4C2wZnuB5-15" style="text;strokeColor=none;fillColor=none;align=left;verticalAlign=top;spacingLeft=4;spacingRight=4;overflow=hidden;rotatable=0;points=[[0,0.5],[1,0.5]];portConstraint=eastwest;whiteSpace=wrap;html=1;" value="+ id: int" vertex="1">
          <mxGeometry height="26" width="210" y="26" as="geometry" />
        </mxCell>
        <mxCell id="EbaSRvtsIRmWHhfiMmkh-20" parent="gy4Eh5UNHML4C2wZnuB5-15" style="text;strokeColor=none;fillColor=none;align=left;verticalAlign=top;spacingLeft=4;spacingRight=4;overflow=hidden;rotatable=0;points=[[0,0.5],[1,0.5]];portConstraint=eastwest;whiteSpace=wrap;html=1;" value="- quantidade: int" vertex="1">
          <mxGeometry height="26" width="210" y="52" as="geometry" />
        </mxCell>
        <mxCell id="gy4Eh5UNHML4C2wZnuB5-17" parent="gy4Eh5UNHML4C2wZnuB5-15" style="line;strokeWidth=1;fillColor=none;align=left;verticalAlign=middle;spacingTop=-1;spacingLeft=3;spacingRight=3;rotatable=0;labelPosition=right;points=[];portConstraint=eastwest;strokeColor=inherit;" value="" vertex="1">
          <mxGeometry height="8" width="210" y="78" as="geometry" />
        </mxCell>
        <mxCell id="EbaSRvtsIRmWHhfiMmkh-8" parent="gy4Eh5UNHML4C2wZnuB5-15" style="text;strokeColor=none;fillColor=none;align=left;verticalAlign=top;spacingLeft=4;spacingRight=4;overflow=hidden;rotatable=0;points=[[0,0.5],[1,0.5]];portConstraint=eastwest;whiteSpace=wrap;html=1;" value="+ ItemPedido(Produto p, int qtd)" vertex="1">
          <mxGeometry height="26" width="210" y="86" as="geometry" />
        </mxCell>
        <mxCell id="gy4Eh5UNHML4C2wZnuB5-18" parent="gy4Eh5UNHML4C2wZnuB5-15" style="text;strokeColor=none;fillColor=none;align=left;verticalAlign=top;spacingLeft=4;spacingRight=4;overflow=hidden;rotatable=0;points=[[0,0.5],[1,0.5]];portConstraint=eastwest;whiteSpace=wrap;html=1;" value="+ setQuantidade(int qtd): boolean" vertex="1">
          <mxGeometry height="26" width="210" y="112" as="geometry" />
        </mxCell>
        <mxCell id="EbaSRvtsIRmWHhfiMmkh-6" parent="gy4Eh5UNHML4C2wZnuB5-15" style="text;strokeColor=none;fillColor=none;align=left;verticalAlign=top;spacingLeft=4;spacingRight=4;overflow=hidden;rotatable=0;points=[[0,0.5],[1,0.5]];portConstraint=eastwest;whiteSpace=wrap;html=1;" value="+ getQuantidade(): int" vertex="1">
          <mxGeometry height="26" width="210" y="138" as="geometry" />
        </mxCell>
        <mxCell id="EbaSRvtsIRmWHhfiMmkh-7" parent="gy4Eh5UNHML4C2wZnuB5-15" style="text;strokeColor=none;fillColor=none;align=left;verticalAlign=top;spacingLeft=4;spacingRight=4;overflow=hidden;rotatable=0;points=[[0,0.5],[1,0.5]];portConstraint=eastwest;whiteSpace=wrap;html=1;" value="+ getProduto(): Produto" vertex="1">
          <mxGeometry height="26" width="210" y="164" as="geometry" />
        </mxCell>
        <mxCell id="gy4Eh5UNHML4C2wZnuB5-97" edge="1" parent="gy4Eh5UNHML4C2wZnuB5-49" source="gy4Eh5UNHML4C2wZnuB5-23" style="endArrow=block;endSize=16;endFill=0;html=1;rounded=0;" target="gy4Eh5UNHML4C2wZnuB5-19" value="">
          <mxGeometry relative="1" width="160" as="geometry">
            <mxPoint x="170" y="290" as="sourcePoint" />
            <mxPoint x="330" y="290" as="targetPoint" />
          </mxGeometry>
        </mxCell>
        <mxCell id="gy4Eh5UNHML4C2wZnuB5-101" edge="1" parent="gy4Eh5UNHML4C2wZnuB5-49" source="gy4Eh5UNHML4C2wZnuB5-19" style="endArrow=diamondThin;endFill=1;endSize=24;html=1;rounded=0;edgeStyle=elbowEdgeStyle;" target="gy4Eh5UNHML4C2wZnuB5-3" value="">
          <mxGeometry relative="1" width="160" as="geometry">
            <Array as="points">
              <mxPoint x="120" y="360" />
            </Array>
            <mxPoint x="355" y="230.00000000000023" as="sourcePoint" />
            <mxPoint x="230" y="256" as="targetPoint" />
          </mxGeometry>
        </mxCell>
        <mxCell id="gy4Eh5UNHML4C2wZnuB5-102" connectable="0" parent="gy4Eh5UNHML4C2wZnuB5-101" style="edgeLabel;html=1;align=center;verticalAlign=middle;resizable=0;points=[];" value="+ funcionarioAbriu" vertex="1">
          <mxGeometry relative="1" x="-0.7264" y="1" as="geometry">
            <mxPoint x="129" y="408" as="offset" />
          </mxGeometry>
        </mxCell>
        <mxCell id="gy4Eh5UNHML4C2wZnuB5-108" edge="1" parent="gy4Eh5UNHML4C2wZnuB5-49" source="gy4Eh5UNHML4C2wZnuB5-31" style="endArrow=diamondThin;endFill=0;endSize=24;html=1;rounded=0;edgeStyle=elbowEdgeStyle;" target="gy4Eh5UNHML4C2wZnuB5-15" value="">
          <mxGeometry relative="1" width="160" as="geometry">
            <mxPoint x="980" y="570" as="sourcePoint" />
            <mxPoint x="1140" y="570" as="targetPoint" />
          </mxGeometry>
        </mxCell>
        <mxCell id="gy4Eh5UNHML4C2wZnuB5-109" connectable="0" parent="gy4Eh5UNHML4C2wZnuB5-108" style="edgeLabel;html=1;align=center;verticalAlign=middle;resizable=0;points=[];" value="- produto" vertex="1">
          <mxGeometry relative="1" x="-0.6737" as="geometry">
            <mxPoint x="30" y="-12" as="offset" />
          </mxGeometry>
        </mxCell>
        <mxCell id="gy4Eh5UNHML4C2wZnuB5-117" edge="1" parent="gy4Eh5UNHML4C2wZnuB5-49" source="gy4Eh5UNHML4C2wZnuB5-3" style="endArrow=diamondThin;endFill=1;endSize=24;html=1;rounded=0;edgeStyle=elbowEdgeStyle;" target="gy4Eh5UNHML4C2wZnuB5-27" value="">
          <mxGeometry relative="1" width="160" as="geometry">
            <mxPoint x="630" y="180" as="sourcePoint" />
            <mxPoint x="770" y="231" as="targetPoint" />
          </mxGeometry>
        </mxCell>
-         <mxCell id="gy4Eh5UNHML4C2wZnuB5-118" connectable="0" parent="gy4Eh5UNHML4C2wZnuB5-117" style="edgeLabel;html=1;align=center;verticalAlign=middle;resizable=0;points=[];" value="- caixaAtual" vertex="1">
+         <mxCell id="gy4Eh5UNHML4C2wZnuB5-118" connectable="0" parent="gy4Eh5UNHML4C2wZnuB5-117" style="edgeLabel;html=1;align=center;verticalAlign=middle;resizable=0;points=[];" value="&lt;u&gt;&lt;font style=&quot;color: rgb(255, 115, 0);&quot;&gt;- caixaAtual&lt;/font&gt;&lt;/u&gt;" vertex="1">
          <mxGeometry relative="1" x="-0.7264" y="1" as="geometry">
            <mxPoint x="-40" y="15" as="offset" />
          </mxGeometry>
        </mxCell>
        <mxCell id="gy4Eh5UNHML4C2wZnuB5-124" edge="1" parent="gy4Eh5UNHML4C2wZnuB5-49" source="gy4Eh5UNHML4C2wZnuB5-23" style="endArrow=diamondThin;endFill=1;endSize=24;html=1;rounded=0;edgeStyle=elbowEdgeStyle;" target="gy4Eh5UNHML4C2wZnuB5-27" value="">
          <mxGeometry relative="1" width="160" as="geometry">
            <Array as="points">
              <mxPoint x="490" y="190" />
            </Array>
            <mxPoint x="160" y="272" as="sourcePoint" />
            <mxPoint x="290" y="140" as="targetPoint" />
          </mxGeometry>
        </mxCell>
-         <mxCell id="gy4Eh5UNHML4C2wZnuB5-125" connectable="0" parent="gy4Eh5UNHML4C2wZnuB5-124" style="edgeLabel;html=1;align=center;verticalAlign=middle;resizable=0;points=[];" value="- admin" vertex="1">
+         <mxCell id="gy4Eh5UNHML4C2wZnuB5-125" connectable="0" parent="gy4Eh5UNHML4C2wZnuB5-124" style="edgeLabel;html=1;align=center;verticalAlign=middle;resizable=0;points=[];" value="&lt;u&gt;&lt;font style=&quot;color: rgb(255, 115, 0);&quot;&gt;- admin&lt;/font&gt;&lt;/u&gt;" vertex="1">
          <mxGeometry relative="1" x="-0.7264" y="1" as="geometry">
            <mxPoint x="31" y="12" as="offset" />
          </mxGeometry>
        </mxCell>
        <mxCell id="EbaSRvtsIRmWHhfiMmkh-24" edge="1" parent="gy4Eh5UNHML4C2wZnuB5-49" source="gy4Eh5UNHML4C2wZnuB5-7" style="endArrow=diamondThin;endFill=1;endSize=24;html=1;rounded=0;edgeStyle=elbowEdgeStyle;elbow=vertical;" target="gy4Eh5UNHML4C2wZnuB5-3" value="">
          <mxGeometry relative="1" width="160" as="geometry">
            <mxPoint x="460" y="714" as="sourcePoint" />
            <mxPoint x="690" y="510" as="targetPoint" />
          </mxGeometry>
        </mxCell>
        <mxCell id="EbaSRvtsIRmWHhfiMmkh-25" connectable="0" parent="EbaSRvtsIRmWHhfiMmkh-24" style="edgeLabel;html=1;align=center;verticalAlign=middle;resizable=0;points=[];" value="- pedidoAtual" vertex="1">
          <mxGeometry relative="1" x="-0.7264" y="1" as="geometry">
            <mxPoint x="-20" y="-15" as="offset" />
          </mxGeometry>
        </mxCell>
        <mxCell id="EbaSRvtsIRmWHhfiMmkh-31" parent="gy4Eh5UNHML4C2wZnuB5-49" style="swimlane;fontStyle=1;align=center;verticalAlign=middle;childLayout=stackLayout;horizontal=1;startSize=40;horizontalStack=0;resizeParent=1;resizeParentMax=0;resizeLast=0;collapsible=0;marginBottom=0;html=1;whiteSpace=wrap;" value="&lt;span style=&quot;font-weight: normal;&quot;&gt;&lt;i&gt;&amp;lt;&amp;lt;enumeration&amp;gt;&amp;gt;&lt;br&gt;&lt;/i&gt;&lt;/span&gt;Pedido.Estado" vertex="1">
          <mxGeometry height="115" width="140" x="800" y="420" as="geometry" />
        </mxCell>
        <mxCell id="EbaSRvtsIRmWHhfiMmkh-33" parent="EbaSRvtsIRmWHhfiMmkh-31" style="text;html=1;strokeColor=none;fillColor=none;align=left;verticalAlign=middle;spacingLeft=4;spacingRight=4;overflow=hidden;rotatable=0;points=[[0,0.5],[1,0.5]];portConstraint=eastwest;whiteSpace=wrap;" value="ABERTO" vertex="1">
          <mxGeometry height="25" width="140" y="40" as="geometry" />
        </mxCell>
        <mxCell id="EbaSRvtsIRmWHhfiMmkh-34" parent="EbaSRvtsIRmWHhfiMmkh-31" style="text;html=1;strokeColor=none;fillColor=none;align=left;verticalAlign=middle;spacingLeft=4;spacingRight=4;overflow=hidden;rotatable=0;points=[[0,0.5],[1,0.5]];portConstraint=eastwest;whiteSpace=wrap;" value="CONCLUIDO" vertex="1">
          <mxGeometry height="25" width="140" y="65" as="geometry" />
        </mxCell>
        <mxCell id="EbaSRvtsIRmWHhfiMmkh-35" parent="EbaSRvtsIRmWHhfiMmkh-31" style="text;html=1;strokeColor=none;fillColor=none;align=left;verticalAlign=middle;spacingLeft=4;spacingRight=4;overflow=hidden;rotatable=0;points=[[0,0.5],[1,0.5]];portConstraint=eastwest;whiteSpace=wrap;" value="CANCELADO" vertex="1">
          <mxGeometry height="25" width="140" y="90" as="geometry" />
        </mxCell>
        <mxCell id="EbaSRvtsIRmWHhfiMmkh-36" edge="1" parent="gy4Eh5UNHML4C2wZnuB5-49" source="EbaSRvtsIRmWHhfiMmkh-31" style="endArrow=diamondThin;endFill=0;endSize=24;html=1;rounded=0;edgeStyle=elbowEdgeStyle;" target="gy4Eh5UNHML4C2wZnuB5-7" value="">
          <mxGeometry relative="1" width="160" as="geometry">
            <mxPoint x="845" y="480" as="sourcePoint" />
            <mxPoint x="780" y="626" as="targetPoint" />
          </mxGeometry>
        </mxCell>
        <mxCell id="EbaSRvtsIRmWHhfiMmkh-37" connectable="0" parent="EbaSRvtsIRmWHhfiMmkh-36" style="edgeLabel;html=1;align=center;verticalAlign=middle;resizable=0;points=[];" value="- estado" vertex="1">
          <mxGeometry relative="1" x="-0.6737" as="geometry">
            <mxPoint x="30" y="3" as="offset" />
          </mxGeometry>
        </mxCell>
        <mxCell id="EbaSRvtsIRmWHhfiMmkh-76" edge="1" parent="gy4Eh5UNHML4C2wZnuB5-49" source="gy4Eh5UNHML4C2wZnuB5-19" style="endArrow=diamondThin;endFill=0;endSize=24;html=1;rounded=0;edgeStyle=elbowEdgeStyle;elbow=vertical;" target="gy4Eh5UNHML4C2wZnuB5-27" value="">
          <mxGeometry relative="1" width="160" as="geometry">
            <mxPoint x="290" y="260" as="sourcePoint" />
            <mxPoint x="290" y="339" as="targetPoint" />
          </mxGeometry>
        </mxCell>
-         <mxCell id="EbaSRvtsIRmWHhfiMmkh-77" connectable="0" parent="EbaSRvtsIRmWHhfiMmkh-76" style="edgeLabel;html=1;align=center;verticalAlign=middle;resizable=0;points=[];" value="- contaAtual" vertex="1">
+         <mxCell id="EbaSRvtsIRmWHhfiMmkh-77" connectable="0" parent="EbaSRvtsIRmWHhfiMmkh-76" style="edgeLabel;html=1;align=center;verticalAlign=middle;resizable=0;points=[];" value="&lt;u&gt;&lt;font style=&quot;color: rgb(255, 115, 0);&quot;&gt;- contaAtual&lt;/font&gt;&lt;/u&gt;" vertex="1">
          <mxGeometry relative="1" x="-0.6737" as="geometry">
            <mxPoint x="-9" y="-11" as="offset" />
          </mxGeometry>
        </mxCell>
        <mxCell id="EbaSRvtsIRmWHhfiMmkh-80" parent="gy4Eh5UNHML4C2wZnuB5-49" style="shape=note;whiteSpace=wrap;html=1;backgroundOutline=1;darkOpacity=0.05;size=21;spacing=6;" value="As propriedades de `id` deverão ser constantes.&lt;div&gt;&lt;br&gt;&lt;/div&gt;&lt;div&gt;Muitos &lt;i&gt;getters&lt;/i&gt; e &lt;i&gt;setters&lt;/i&gt; foram omitidos para simplificar o diagrama.&lt;/div&gt;" vertex="1">
          <mxGeometry height="180" width="180" x="1270" y="30" as="geometry" />
        </mxCell>
        <mxCell id="hOZWp0LmKr6OaFxz4VK0-7" edge="1" parent="gy4Eh5UNHML4C2wZnuB5-49" source="gy4Eh5UNHML4C2wZnuB5-15" style="endArrow=diamondThin;endFill=1;endSize=24;html=1;rounded=0;edgeStyle=elbowEdgeStyle;elbow=vertical;" target="gy4Eh5UNHML4C2wZnuB5-7" value="">
          <mxGeometry relative="1" width="160" as="geometry">
            <mxPoint x="1150" y="1126" as="sourcePoint" />
            <mxPoint x="1255" y="830" as="targetPoint" />
          </mxGeometry>
        </mxCell>
        <mxCell id="hOZWp0LmKr6OaFxz4VK0-8" connectable="0" parent="hOZWp0LmKr6OaFxz4VK0-7" style="edgeLabel;html=1;align=center;verticalAlign=middle;resizable=0;points=[];" value="- itens" vertex="1">
          <mxGeometry relative="1" x="-0.7264" y="1" as="geometry">
            <mxPoint x="-7" y="-13" as="offset" />
          </mxGeometry>
        </mxCell>
        <mxCell id="hOZWp0LmKr6OaFxz4VK0-9" connectable="0" parent="hOZWp0LmKr6OaFxz4VK0-7" style="edgeLabel;html=1;align=center;verticalAlign=middle;resizable=0;points=[];" value="0..*" vertex="1">
          <mxGeometry relative="1" x="-0.3417" as="geometry">
            <mxPoint x="8" y="16" as="offset" />
          </mxGeometry>
        </mxCell>
        <mxCell id="hOZWp0LmKr6OaFxz4VK0-20" connectable="0" parent="hOZWp0LmKr6OaFxz4VK0-7" style="edgeLabel;html=1;align=center;verticalAlign=middle;resizable=0;points=[];" value="1" vertex="1">
          <mxGeometry relative="1" x="0.4954" y="3" as="geometry">
            <mxPoint x="-9" y="15" as="offset" />
          </mxGeometry>
        </mxCell>
        <mxCell id="hOZWp0LmKr6OaFxz4VK0-10" parent="gy4Eh5UNHML4C2wZnuB5-49" style="swimlane;fontStyle=1;align=center;verticalAlign=top;childLayout=stackLayout;horizontal=1;startSize=26;horizontalStack=0;resizeParent=1;resizeParentMax=0;resizeLast=0;collapsible=1;marginBottom=0;whiteSpace=wrap;html=1;" value="Atendente" vertex="1">
          <mxGeometry height="72" width="230" x="160" y="450" as="geometry" />
        </mxCell>
        <mxCell id="hOZWp0LmKr6OaFxz4VK0-14" parent="hOZWp0LmKr6OaFxz4VK0-10" style="line;strokeWidth=1;fillColor=none;align=left;verticalAlign=middle;spacingTop=-1;spacingLeft=3;spacingRight=3;rotatable=0;labelPosition=right;points=[];portConstraint=eastwest;strokeColor=inherit;" value="" vertex="1">
          <mxGeometry height="8" width="230" y="26" as="geometry" />
        </mxCell>
        <mxCell id="hOZWp0LmKr6OaFxz4VK0-15" parent="hOZWp0LmKr6OaFxz4VK0-10" style="text;strokeColor=none;fillColor=none;align=left;verticalAlign=top;spacingLeft=4;spacingRight=4;overflow=hidden;rotatable=0;points=[[0,0.5],[1,0.5]];portConstraint=eastwest;whiteSpace=wrap;html=1;" value="+ Atendente(&lt;span style=&quot;background-color: transparent; color: light-dark(rgb(0, 0, 0), rgb(255, 255, 255));&quot;&gt;String numMatricula,&amp;nbsp;&lt;/span&gt;&lt;div&gt;&lt;span style=&quot;background-color: transparent; color: light-dark(rgb(0, 0, 0), rgb(255, 255, 255));&quot;&gt;String nome,&amp;nbsp;&lt;/span&gt;&lt;span style=&quot;background-color: transparent; color: light-dark(rgb(0, 0, 0), rgb(255, 255, 255));&quot;&gt;int senhaLogin&lt;/span&gt;&lt;span style=&quot;background-color: transparent; color: light-dark(rgb(0, 0, 0), rgb(255, 255, 255));&quot;&gt;)&lt;/span&gt;&lt;/div&gt;" vertex="1">
          <mxGeometry height="38" width="230" y="34" as="geometry" />
        </mxCell>
        <mxCell id="hOZWp0LmKr6OaFxz4VK0-16" edge="1" parent="gy4Eh5UNHML4C2wZnuB5-49" source="hOZWp0LmKr6OaFxz4VK0-10" style="endArrow=block;endSize=16;endFill=0;html=1;rounded=0;" target="gy4Eh5UNHML4C2wZnuB5-19" value="">
          <mxGeometry relative="1" width="160" as="geometry">
            <mxPoint x="-48" y="613" as="sourcePoint" />
            <mxPoint x="-150" y="460" as="targetPoint" />
          </mxGeometry>
        </mxCell>
        <mxCell id="hOZWp0LmKr6OaFxz4VK0-17" edge="1" parent="gy4Eh5UNHML4C2wZnuB5-49" source="gy4Eh5UNHML4C2wZnuB5-7" style="endArrow=diamondThin;endFill=1;endSize=24;html=1;rounded=0;edgeStyle=elbowEdgeStyle;" target="gy4Eh5UNHML4C2wZnuB5-3" value="">
          <mxGeometry relative="1" width="160" as="geometry">
            <Array as="points">
              <mxPoint x="720" y="800" />
            </Array>
            <mxPoint x="785" y="810" as="sourcePoint" />
            <mxPoint x="660" y="810" as="targetPoint" />
          </mxGeometry>
        </mxCell>
        <mxCell id="hOZWp0LmKr6OaFxz4VK0-18" connectable="0" parent="hOZWp0LmKr6OaFxz4VK0-17" style="edgeLabel;html=1;align=center;verticalAlign=middle;resizable=0;points=[];" value="- pedidosAntigos" vertex="1">
          <mxGeometry relative="1" x="-0.7264" y="1" as="geometry">
            <mxPoint x="-33" y="-16" as="offset" />
          </mxGeometry>
        </mxCell>
        <mxCell id="hOZWp0LmKr6OaFxz4VK0-19" connectable="0" parent="hOZWp0LmKr6OaFxz4VK0-17" style="edgeLabel;html=1;align=center;verticalAlign=middle;resizable=0;points=[];" value="0..*" vertex="1">
          <mxGeometry relative="1" x="-0.5758" y="1" as="geometry">
            <mxPoint x="6" y="9" as="offset" />
          </mxGeometry>
        </mxCell>
        <mxCell id="hOZWp0LmKr6OaFxz4VK0-21" edge="1" parent="gy4Eh5UNHML4C2wZnuB5-49" source="gy4Eh5UNHML4C2wZnuB5-31" style="endArrow=diamondThin;endFill=1;endSize=24;html=1;rounded=0;edgeStyle=elbowEdgeStyle;elbow=vertical;" target="gy4Eh5UNHML4C2wZnuB5-11" value="">
          <mxGeometry relative="1" width="160" as="geometry">
            <mxPoint x="1187" y="330" as="sourcePoint" />
            <mxPoint x="1110" y="330" as="targetPoint" />
          </mxGeometry>
        </mxCell>
        <mxCell id="hOZWp0LmKr6OaFxz4VK0-22" connectable="0" parent="hOZWp0LmKr6OaFxz4VK0-21" style="edgeLabel;html=1;align=center;verticalAlign=middle;resizable=0;points=[];" value="- produtos" vertex="1">
          <mxGeometry relative="1" x="-0.7264" y="1" as="geometry">
            <mxPoint x="32" y="19" as="offset" />
          </mxGeometry>
        </mxCell>
        <mxCell id="hOZWp0LmKr6OaFxz4VK0-23" connectable="0" parent="hOZWp0LmKr6OaFxz4VK0-21" style="edgeLabel;html=1;align=center;verticalAlign=middle;resizable=0;points=[];" value="0..*" vertex="1">
          <mxGeometry relative="1" x="-0.3417" as="geometry">
            <mxPoint x="48" y="71" as="offset" />
          </mxGeometry>
        </mxCell>
        <mxCell id="hOZWp0LmKr6OaFxz4VK0-24" connectable="0" parent="hOZWp0LmKr6OaFxz4VK0-21" style="edgeLabel;html=1;align=center;verticalAlign=middle;resizable=0;points=[];" value="1" vertex="1">
          <mxGeometry relative="1" x="0.4954" y="3" as="geometry">
            <mxPoint x="-28" y="-65" as="offset" />
          </mxGeometry>
        </mxCell>
        <mxCell id="hOZWp0LmKr6OaFxz4VK0-25" edge="1" parent="gy4Eh5UNHML4C2wZnuB5-49" source="gy4Eh5UNHML4C2wZnuB5-19" style="endArrow=diamondThin;endFill=0;endSize=24;html=1;rounded=0;edgeStyle=elbowEdgeStyle;elbow=vertical;" target="gy4Eh5UNHML4C2wZnuB5-27" value="">
          <mxGeometry relative="1" width="160" as="geometry">
            <Array as="points">
              <mxPoint x="460" y="90" />
            </Array>
            <mxPoint x="340" y="100" as="sourcePoint" />
            <mxPoint x="639" y="100" as="targetPoint" />
          </mxGeometry>
        </mxCell>
-         <mxCell id="hOZWp0LmKr6OaFxz4VK0-26" connectable="0" parent="hOZWp0LmKr6OaFxz4VK0-25" style="edgeLabel;html=1;align=center;verticalAlign=middle;resizable=0;points=[];" value="- usuarios" vertex="1">
+         <mxCell id="hOZWp0LmKr6OaFxz4VK0-26" connectable="0" parent="hOZWp0LmKr6OaFxz4VK0-25" style="edgeLabel;html=1;align=center;verticalAlign=middle;resizable=0;points=[];" value="&lt;u&gt;&lt;font style=&quot;color: rgb(255, 115, 0);&quot;&gt;- usuarios&lt;/font&gt;&lt;/u&gt;" vertex="1">
          <mxGeometry relative="1" x="-0.6737" as="geometry">
            <mxPoint x="-19" y="-10" as="offset" />
          </mxGeometry>
        </mxCell>
        <mxCell id="hOZWp0LmKr6OaFxz4VK0-27" connectable="0" parent="hOZWp0LmKr6OaFxz4VK0-25" style="edgeLabel;html=1;align=center;verticalAlign=middle;resizable=0;points=[];" value="1..*" vertex="1">
          <mxGeometry relative="1" x="-0.3032" as="geometry">
            <mxPoint x="-84" y="10" as="offset" />
          </mxGeometry>
        </mxCell>
        <mxCell id="hOZWp0LmKr6OaFxz4VK0-28" connectable="0" parent="hOZWp0LmKr6OaFxz4VK0-25" style="edgeLabel;html=1;align=center;verticalAlign=middle;resizable=0;points=[];" value="1" vertex="1">
          <mxGeometry relative="1" x="0.9064" y="-3" as="geometry">
            <mxPoint x="-15" y="7" as="offset" />
          </mxGeometry>
        </mxCell>
        <mxCell id="hOZWp0LmKr6OaFxz4VK0-29" edge="1" parent="gy4Eh5UNHML4C2wZnuB5-49" source="gy4Eh5UNHML4C2wZnuB5-3" style="endArrow=diamondThin;endFill=1;endSize=24;html=1;rounded=0;edgeStyle=elbowEdgeStyle;" target="gy4Eh5UNHML4C2wZnuB5-27" value="">
          <mxGeometry relative="1" width="160" as="geometry">
            <Array as="points">
              <mxPoint x="730" y="630" />
            </Array>
            <mxPoint x="840.3299999999999" y="819" as="sourcePoint" />
            <mxPoint x="759" y="410" as="targetPoint" />
          </mxGeometry>
        </mxCell>
-         <mxCell id="hOZWp0LmKr6OaFxz4VK0-30" connectable="0" parent="hOZWp0LmKr6OaFxz4VK0-29" style="edgeLabel;html=1;align=center;verticalAlign=middle;resizable=0;points=[];" value="- caixasFechados" vertex="1">
+         <mxCell id="hOZWp0LmKr6OaFxz4VK0-30" connectable="0" parent="hOZWp0LmKr6OaFxz4VK0-29" style="edgeLabel;html=1;align=center;verticalAlign=middle;resizable=0;points=[];" value="&lt;u&gt;&lt;font style=&quot;color: rgb(255, 115, 0);&quot;&gt;- caixasFechados&lt;/font&gt;&lt;/u&gt;" vertex="1">
          <mxGeometry relative="1" x="-0.7264" y="1" as="geometry">
            <mxPoint x="-9" y="-9" as="offset" />
          </mxGeometry>
        </mxCell>
        <mxCell id="hOZWp0LmKr6OaFxz4VK0-31" connectable="0" parent="hOZWp0LmKr6OaFxz4VK0-29" style="edgeLabel;html=1;align=center;verticalAlign=middle;resizable=0;points=[];" value="0..*" vertex="1">
          <mxGeometry relative="1" x="-0.8879" y="2" as="geometry">
            <mxPoint x="-9" y="12" as="offset" />
          </mxGeometry>
        </mxCell>
        <mxCell id="gy4Eh5UNHML4C2wZnuB5-54" parent="1" style="html=1;shape=mxgraph.sysml.package;xSize=90;align=left;spacingLeft=10;overflow=fill;recursiveResize=0;container=1;collapsible=0;" value="&lt;p style=&quot;margin:0px;margin-top:4px;margin-left:10px;text-align:left;&quot;&gt;&lt;b&gt;pkg&lt;/b&gt;   interface&lt;/p&gt;" vertex="1">
          <mxGeometry height="830" width="360" x="1000" y="-210" as="geometry">
            <mxRectangle height="30" width="120" x="40" y="40" as="alternateBounds" />
          </mxGeometry>
        </mxCell>
        <mxCell id="EbaSRvtsIRmWHhfiMmkh-46" parent="gy4Eh5UNHML4C2wZnuB5-54" style="swimlane;fontStyle=1;align=center;verticalAlign=top;childLayout=stackLayout;horizontal=1;startSize=26;horizontalStack=0;resizeParent=1;resizeParentMax=0;resizeLast=0;collapsible=1;marginBottom=0;whiteSpace=wrap;html=1;" value="MenuExemplo" vertex="1">
          <mxGeometry height="210" width="260" x="40" y="75" as="geometry" />
        </mxCell>
        <mxCell id="EbaSRvtsIRmWHhfiMmkh-47" parent="EbaSRvtsIRmWHhfiMmkh-46" style="text;strokeColor=none;fillColor=none;align=left;verticalAlign=top;spacingLeft=4;spacingRight=4;overflow=hidden;rotatable=0;points=[[0,0.5],[1,0.5]];portConstraint=eastwest;whiteSpace=wrap;html=1;" value="+ field: type" vertex="1">
          <mxGeometry height="26" width="260" y="26" as="geometry" />
        </mxCell>
        <mxCell id="EbaSRvtsIRmWHhfiMmkh-48" parent="EbaSRvtsIRmWHhfiMmkh-46" style="line;strokeWidth=1;fillColor=none;align=left;verticalAlign=middle;spacingTop=-1;spacingLeft=3;spacingRight=3;rotatable=0;labelPosition=right;points=[];portConstraint=eastwest;strokeColor=inherit;" value="" vertex="1">
          <mxGeometry height="8" width="260" y="52" as="geometry" />
        </mxCell>
        <mxCell id="EbaSRvtsIRmWHhfiMmkh-49" parent="EbaSRvtsIRmWHhfiMmkh-46" style="text;strokeColor=none;fillColor=none;align=left;verticalAlign=top;spacingLeft=4;spacingRight=4;overflow=hidden;rotatable=0;points=[[0,0.5],[1,0.5]];portConstraint=eastwest;whiteSpace=wrap;html=1;" value="+ MenuExemplo(Loja l)" vertex="1">
          <mxGeometry height="30" width="260" y="60" as="geometry" />
        </mxCell>
        <mxCell id="EbaSRvtsIRmWHhfiMmkh-53" parent="EbaSRvtsIRmWHhfiMmkh-46" style="text;strokeColor=none;fillColor=none;align=left;verticalAlign=top;spacingLeft=4;spacingRight=4;overflow=hidden;rotatable=0;points=[[0,0.5],[1,0.5]];portConstraint=eastwest;whiteSpace=wrap;html=1;" value="+ iniciar(): void" vertex="1">
          <mxGeometry height="30" width="260" y="90" as="geometry" />
        </mxCell>
        <mxCell id="EbaSRvtsIRmWHhfiMmkh-54" parent="EbaSRvtsIRmWHhfiMmkh-46" style="text;strokeColor=none;fillColor=none;align=left;verticalAlign=top;spacingLeft=4;spacingRight=4;overflow=hidden;rotatable=0;points=[[0,0.5],[1,0.5]];portConstraint=eastwest;whiteSpace=wrap;html=1;" value="+ pedirNome(): void" vertex="1">
          <mxGeometry height="30" width="260" y="120" as="geometry" />
        </mxCell>
        <mxCell id="EbaSRvtsIRmWHhfiMmkh-55" parent="EbaSRvtsIRmWHhfiMmkh-46" style="text;strokeColor=none;fillColor=none;align=left;verticalAlign=top;spacingLeft=4;spacingRight=4;overflow=hidden;rotatable=0;points=[[0,0.5],[1,0.5]];portConstraint=eastwest;whiteSpace=wrap;html=1;" value="+ pedirMatricula(): void" vertex="1">
          <mxGeometry height="30" width="260" y="150" as="geometry" />
        </mxCell>
        <mxCell id="EbaSRvtsIRmWHhfiMmkh-56" parent="EbaSRvtsIRmWHhfiMmkh-46" style="text;strokeColor=none;fillColor=none;align=left;verticalAlign=top;spacingLeft=4;spacingRight=4;overflow=hidden;rotatable=0;points=[[0,0.5],[1,0.5]];portConstraint=eastwest;whiteSpace=wrap;html=1;" value="+ finalizar(): void" vertex="1">
          <mxGeometry height="30" width="260" y="180" as="geometry" />
        </mxCell>
        <mxCell id="EbaSRvtsIRmWHhfiMmkh-57" parent="gy4Eh5UNHML4C2wZnuB5-54" style="swimlane;fontStyle=1;align=center;verticalAlign=top;childLayout=stackLayout;horizontal=1;startSize=26;horizontalStack=0;resizeParent=1;resizeParentMax=0;resizeLast=0;collapsible=1;marginBottom=0;whiteSpace=wrap;html=1;" value="ListagemProdutosExemplo" vertex="1">
          <mxGeometry height="210" width="260" x="51" y="575" as="geometry" />
        </mxCell>
        <mxCell id="EbaSRvtsIRmWHhfiMmkh-58" parent="EbaSRvtsIRmWHhfiMmkh-57" style="text;strokeColor=none;fillColor=none;align=left;verticalAlign=top;spacingLeft=4;spacingRight=4;overflow=hidden;rotatable=0;points=[[0,0.5],[1,0.5]];portConstraint=eastwest;whiteSpace=wrap;html=1;" value="+ field: type" vertex="1">
          <mxGeometry height="26" width="260" y="26" as="geometry" />
        </mxCell>
        <mxCell id="EbaSRvtsIRmWHhfiMmkh-59" parent="EbaSRvtsIRmWHhfiMmkh-57" style="line;strokeWidth=1;fillColor=none;align=left;verticalAlign=middle;spacingTop=-1;spacingLeft=3;spacingRight=3;rotatable=0;labelPosition=right;points=[];portConstraint=eastwest;strokeColor=inherit;" value="" vertex="1">
          <mxGeometry height="8" width="260" y="52" as="geometry" />
        </mxCell>
        <mxCell id="EbaSRvtsIRmWHhfiMmkh-60" parent="EbaSRvtsIRmWHhfiMmkh-57" style="text;strokeColor=none;fillColor=none;align=left;verticalAlign=top;spacingLeft=4;spacingRight=4;overflow=hidden;rotatable=0;points=[[0,0.5],[1,0.5]];portConstraint=eastwest;whiteSpace=wrap;html=1;" value="+&amp;nbsp;&lt;span style=&quot;text-align: center;&quot;&gt;ListagemProdutosExemplo&lt;/span&gt;(Loja l)" vertex="1">
          <mxGeometry height="30" width="260" y="60" as="geometry" />
        </mxCell>
        <mxCell id="EbaSRvtsIRmWHhfiMmkh-61" parent="EbaSRvtsIRmWHhfiMmkh-57" style="text;strokeColor=none;fillColor=none;align=left;verticalAlign=top;spacingLeft=4;spacingRight=4;overflow=hidden;rotatable=0;points=[[0,0.5],[1,0.5]];portConstraint=eastwest;whiteSpace=wrap;html=1;" value="+ iniciar(): void" vertex="1">
          <mxGeometry height="30" width="260" y="90" as="geometry" />
        </mxCell>
        <mxCell id="EbaSRvtsIRmWHhfiMmkh-63" parent="EbaSRvtsIRmWHhfiMmkh-57" style="text;strokeColor=none;fillColor=none;align=left;verticalAlign=top;spacingLeft=4;spacingRight=4;overflow=hidden;rotatable=0;points=[[0,0.5],[1,0.5]];portConstraint=eastwest;whiteSpace=wrap;html=1;" value="+ listarProdutos(): void" vertex="1">
          <mxGeometry height="30" width="260" y="120" as="geometry" />
        </mxCell>
        <mxCell id="EbaSRvtsIRmWHhfiMmkh-65" parent="EbaSRvtsIRmWHhfiMmkh-57" style="text;strokeColor=none;fillColor=none;align=left;verticalAlign=top;spacingLeft=4;spacingRight=4;overflow=hidden;rotatable=0;points=[[0,0.5],[1,0.5]];portConstraint=eastwest;whiteSpace=wrap;html=1;" value="+ pedirAcao(): int" vertex="1">
          <mxGeometry height="30" width="260" y="150" as="geometry" />
        </mxCell>
        <mxCell id="EbaSRvtsIRmWHhfiMmkh-64" parent="EbaSRvtsIRmWHhfiMmkh-57" style="text;strokeColor=none;fillColor=none;align=left;verticalAlign=top;spacingLeft=4;spacingRight=4;overflow=hidden;rotatable=0;points=[[0,0.5],[1,0.5]];portConstraint=eastwest;whiteSpace=wrap;html=1;" value="+ finalizar(): void" vertex="1">
          <mxGeometry height="30" width="260" y="180" as="geometry" />
        </mxCell>
        <mxCell id="EbaSRvtsIRmWHhfiMmkh-66" parent="gy4Eh5UNHML4C2wZnuB5-54" style="swimlane;fontStyle=1;align=center;verticalAlign=top;childLayout=stackLayout;horizontal=1;startSize=26;horizontalStack=0;resizeParent=1;resizeParentMax=0;resizeLast=0;collapsible=1;marginBottom=0;whiteSpace=wrap;html=1;" value="TelaAutenticadaExemplo" vertex="1">
          <mxGeometry height="210" width="260" x="51" y="330" as="geometry" />
        </mxCell>
        <mxCell id="EbaSRvtsIRmWHhfiMmkh-67" parent="EbaSRvtsIRmWHhfiMmkh-66" style="text;strokeColor=none;fillColor=none;align=left;verticalAlign=top;spacingLeft=4;spacingRight=4;overflow=hidden;rotatable=0;points=[[0,0.5],[1,0.5]];portConstraint=eastwest;whiteSpace=wrap;html=1;" value="+ field: type" vertex="1">
          <mxGeometry height="26" width="260" y="26" as="geometry" />
        </mxCell>
        <mxCell id="EbaSRvtsIRmWHhfiMmkh-68" parent="EbaSRvtsIRmWHhfiMmkh-66" style="line;strokeWidth=1;fillColor=none;align=left;verticalAlign=middle;spacingTop=-1;spacingLeft=3;spacingRight=3;rotatable=0;labelPosition=right;points=[];portConstraint=eastwest;strokeColor=inherit;" value="" vertex="1">
          <mxGeometry height="8" width="260" y="52" as="geometry" />
        </mxCell>
        <mxCell id="EbaSRvtsIRmWHhfiMmkh-69" parent="EbaSRvtsIRmWHhfiMmkh-66" style="text;strokeColor=none;fillColor=none;align=left;verticalAlign=top;spacingLeft=4;spacingRight=4;overflow=hidden;rotatable=0;points=[[0,0.5],[1,0.5]];portConstraint=eastwest;whiteSpace=wrap;html=1;" value="+&amp;nbsp;&lt;span style=&quot;text-align: center;&quot;&gt;TelaAutenticada&lt;/span&gt;(Loja l)" vertex="1">
          <mxGeometry height="30" width="260" y="60" as="geometry" />
        </mxCell>
        <mxCell id="EbaSRvtsIRmWHhfiMmkh-70" parent="EbaSRvtsIRmWHhfiMmkh-66" style="text;strokeColor=none;fillColor=none;align=left;verticalAlign=top;spacingLeft=4;spacingRight=4;overflow=hidden;rotatable=0;points=[[0,0.5],[1,0.5]];portConstraint=eastwest;whiteSpace=wrap;html=1;" value="+ iniciar(): void" vertex="1">
          <mxGeometry height="30" width="260" y="90" as="geometry" />
        </mxCell>
        <mxCell id="EbaSRvtsIRmWHhfiMmkh-71" parent="EbaSRvtsIRmWHhfiMmkh-66" style="text;strokeColor=none;fillColor=none;align=left;verticalAlign=top;spacingLeft=4;spacingRight=4;overflow=hidden;rotatable=0;points=[[0,0.5],[1,0.5]];portConstraint=eastwest;whiteSpace=wrap;html=1;" value="+ solicitarCodAutorizacao(): boolean" vertex="1">
          <mxGeometry height="30" width="260" y="120" as="geometry" />
        </mxCell>
        <mxCell id="EbaSRvtsIRmWHhfiMmkh-72" parent="EbaSRvtsIRmWHhfiMmkh-66" style="text;strokeColor=none;fillColor=none;align=left;verticalAlign=top;spacingLeft=4;spacingRight=4;overflow=hidden;rotatable=0;points=[[0,0.5],[1,0.5]];portConstraint=eastwest;whiteSpace=wrap;html=1;" value="+ pedirAcao(): int" vertex="1">
          <mxGeometry height="30" width="260" y="150" as="geometry" />
        </mxCell>
        <mxCell id="EbaSRvtsIRmWHhfiMmkh-73" parent="EbaSRvtsIRmWHhfiMmkh-66" style="text;strokeColor=none;fillColor=none;align=left;verticalAlign=top;spacingLeft=4;spacingRight=4;overflow=hidden;rotatable=0;points=[[0,0.5],[1,0.5]];portConstraint=eastwest;whiteSpace=wrap;html=1;" value="+ finalizar(): void" vertex="1">
          <mxGeometry height="30" width="260" y="180" as="geometry" />
+         </mxCell>
+         <mxCell id="FQoL36WswdMF_Ofk2WBs-3" parent="1" style="html=1;shape=mxgraph.sysml.package;xSize=90;align=left;spacingLeft=10;overflow=fill;recursiveResize=0;container=1;collapsible=0;" value="&lt;p style=&quot;margin:0px;margin-top:4px;margin-left:10px;text-align:left;&quot;&gt;&lt;b&gt;pkg&lt;/b&gt;   io&lt;/p&gt;" vertex="1">
+           <mxGeometry height="180" width="360" x="-960" y="-30" as="geometry">
+             <mxRectangle height="30" width="120" x="40" y="40" as="alternateBounds" />
+           </mxGeometry>
+         </mxCell>
+         <mxCell id="FQoL36WswdMF_Ofk2WBs-28" parent="FQoL36WswdMF_Ofk2WBs-3" style="swimlane;fontStyle=1;align=center;verticalAlign=top;childLayout=stackLayout;horizontal=1;startSize=26;horizontalStack=0;resizeParent=1;resizeParentMax=0;resizeLast=0;collapsible=1;marginBottom=0;whiteSpace=wrap;html=1;" value="Armazenamento" vertex="1">
+           <mxGeometry height="86" width="260" x="50" y="70" as="geometry" />
+         </mxCell>
+         <mxCell id="FQoL36WswdMF_Ofk2WBs-29" parent="FQoL36WswdMF_Ofk2WBs-28" style="text;strokeColor=none;fillColor=none;align=left;verticalAlign=top;spacingLeft=4;spacingRight=4;overflow=hidden;rotatable=0;points=[[0,0.5],[1,0.5]];portConstraint=eastwest;whiteSpace=wrap;html=1;fontStyle=4" value="&lt;font style=&quot;color: rgb(0, 153, 0);&quot;&gt;+ DIR_RAIZ_ARQUIVOS: Path&lt;/font&gt;" vertex="1">
+           <mxGeometry height="26" width="260" y="26" as="geometry" />
+         </mxCell>
+         <mxCell id="FQoL36WswdMF_Ofk2WBs-45" parent="FQoL36WswdMF_Ofk2WBs-28" style="text;strokeColor=none;fillColor=none;align=left;verticalAlign=top;spacingLeft=4;spacingRight=4;overflow=hidden;rotatable=0;points=[[0,0.5],[1,0.5]];portConstraint=eastwest;whiteSpace=wrap;html=1;fontStyle=4" value="&lt;font style=&quot;color: rgb(0, 153, 0);&quot;&gt;+ ARQ_CONTAS_USUARIO: Path&lt;/font&gt;" vertex="1">
+           <mxGeometry height="26" width="260" y="52" as="geometry" />
+         </mxCell>
+         <mxCell id="FQoL36WswdMF_Ofk2WBs-30" parent="FQoL36WswdMF_Ofk2WBs-28" style="line;strokeWidth=1;fillColor=none;align=left;verticalAlign=middle;spacingTop=-1;spacingLeft=3;spacingRight=3;rotatable=0;labelPosition=right;points=[];portConstraint=eastwest;strokeColor=inherit;" value="" vertex="1">
+           <mxGeometry height="8" width="260" y="78" as="geometry" />
+         </mxCell>
+         <mxCell id="FQoL36WswdMF_Ofk2WBs-36" parent="1" style="html=1;shape=mxgraph.sysml.package;xSize=90;align=left;spacingLeft=10;overflow=fill;recursiveResize=0;container=1;collapsible=0;" value="&lt;p style=&quot;margin:0px;margin-top:4px;margin-left:10px;text-align:left;&quot;&gt;&lt;b&gt;pkg&lt;/b&gt;&amp;nbsp;services&lt;/p&gt;" vertex="1">
+           <mxGeometry height="180" width="360" x="-960" y="-260" as="geometry">
+             <mxRectangle height="30" width="120" x="40" y="40" as="alternateBounds" />
+           </mxGeometry>
+         </mxCell>
+         <mxCell id="FQoL36WswdMF_Ofk2WBs-37" parent="FQoL36WswdMF_Ofk2WBs-36" style="swimlane;fontStyle=1;align=center;verticalAlign=top;childLayout=stackLayout;horizontal=1;startSize=26;horizontalStack=0;resizeParent=1;resizeParentMax=0;resizeLast=0;collapsible=1;marginBottom=0;whiteSpace=wrap;html=1;" value="ContaUsuarioService" vertex="1">
+           <mxGeometry height="64" width="260" x="50" y="73" as="geometry" />
+         </mxCell>
+         <mxCell id="FQoL36WswdMF_Ofk2WBs-39" parent="FQoL36WswdMF_Ofk2WBs-37" style="line;strokeWidth=1;fillColor=none;align=left;verticalAlign=middle;spacingTop=-1;spacingLeft=3;spacingRight=3;rotatable=0;labelPosition=right;points=[];portConstraint=eastwest;strokeColor=inherit;" value="" vertex="1">
+           <mxGeometry height="8" width="260" y="26" as="geometry" />
+         </mxCell>
+         <mxCell id="FQoL36WswdMF_Ofk2WBs-44" parent="FQoL36WswdMF_Ofk2WBs-37" style="text;strokeColor=none;fillColor=none;align=left;verticalAlign=top;spacingLeft=4;spacingRight=4;overflow=hidden;rotatable=0;points=[[0,0.5],[1,0.5]];portConstraint=eastwest;whiteSpace=wrap;html=1;" value="&lt;u&gt;&lt;font style=&quot;color: rgb(0, 153, 0);&quot;&gt;+ obterTodos(): Funcionario[]&lt;/font&gt;&lt;/u&gt;" vertex="1">
+           <mxGeometry height="30" width="260" y="34" as="geometry" />
        </mxCell>
      </root>
    </mxGraphModel>
  </diagram>
</mxfile>
